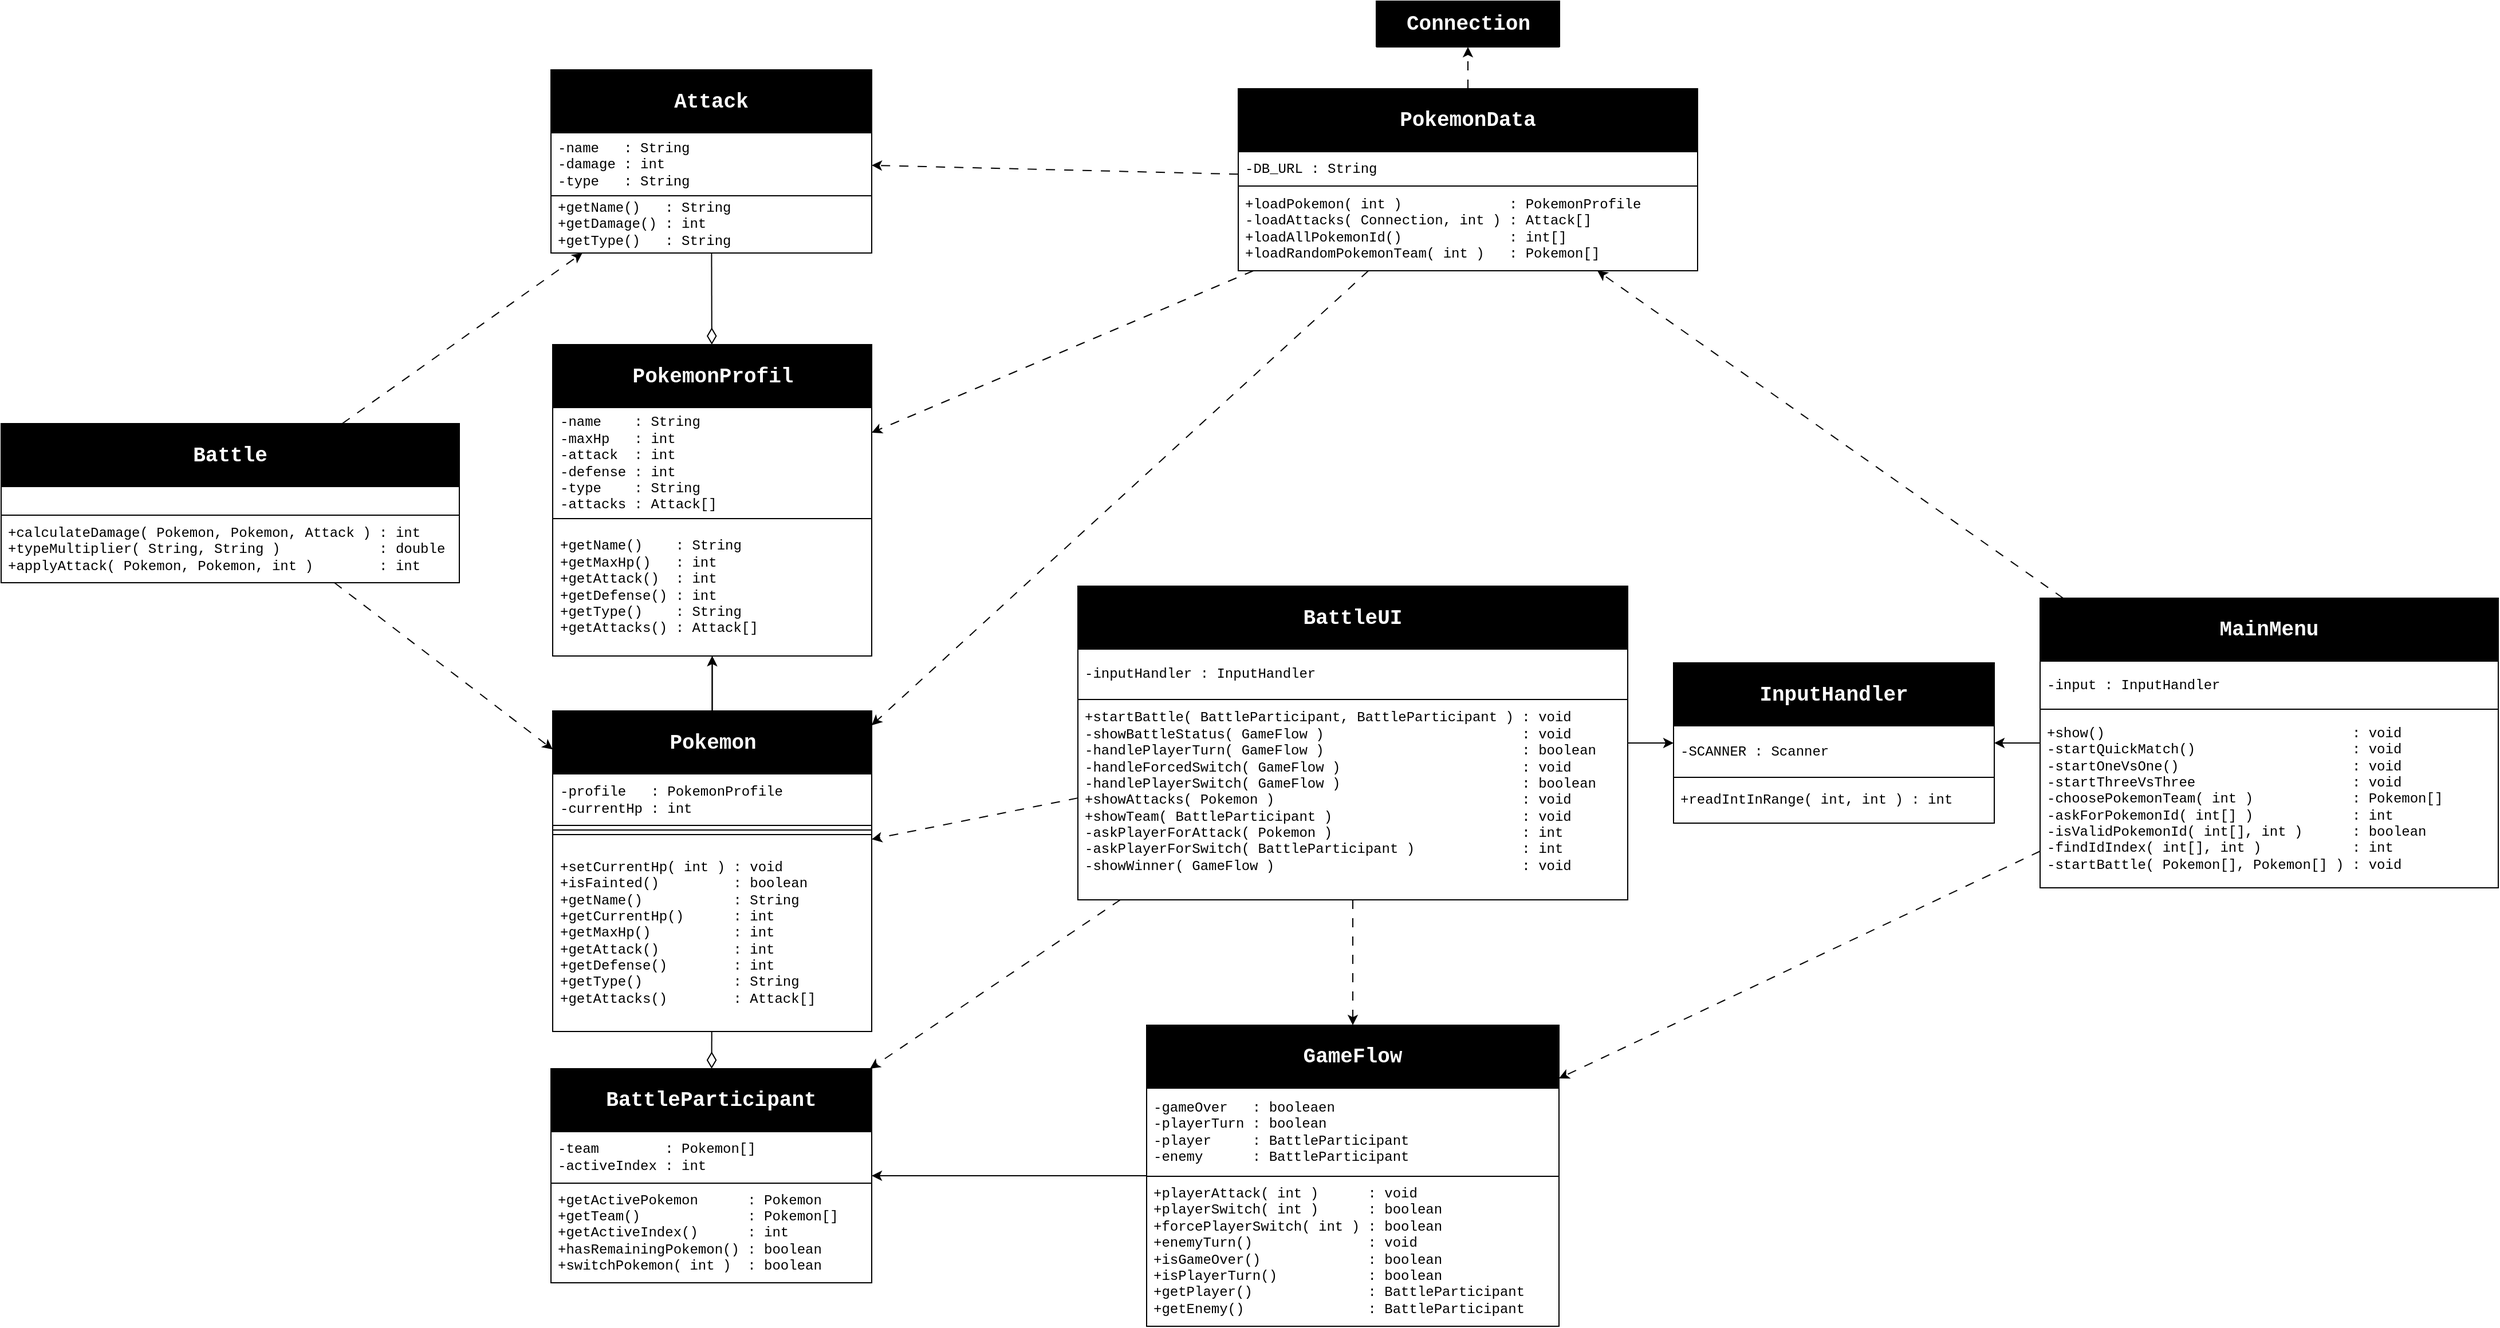
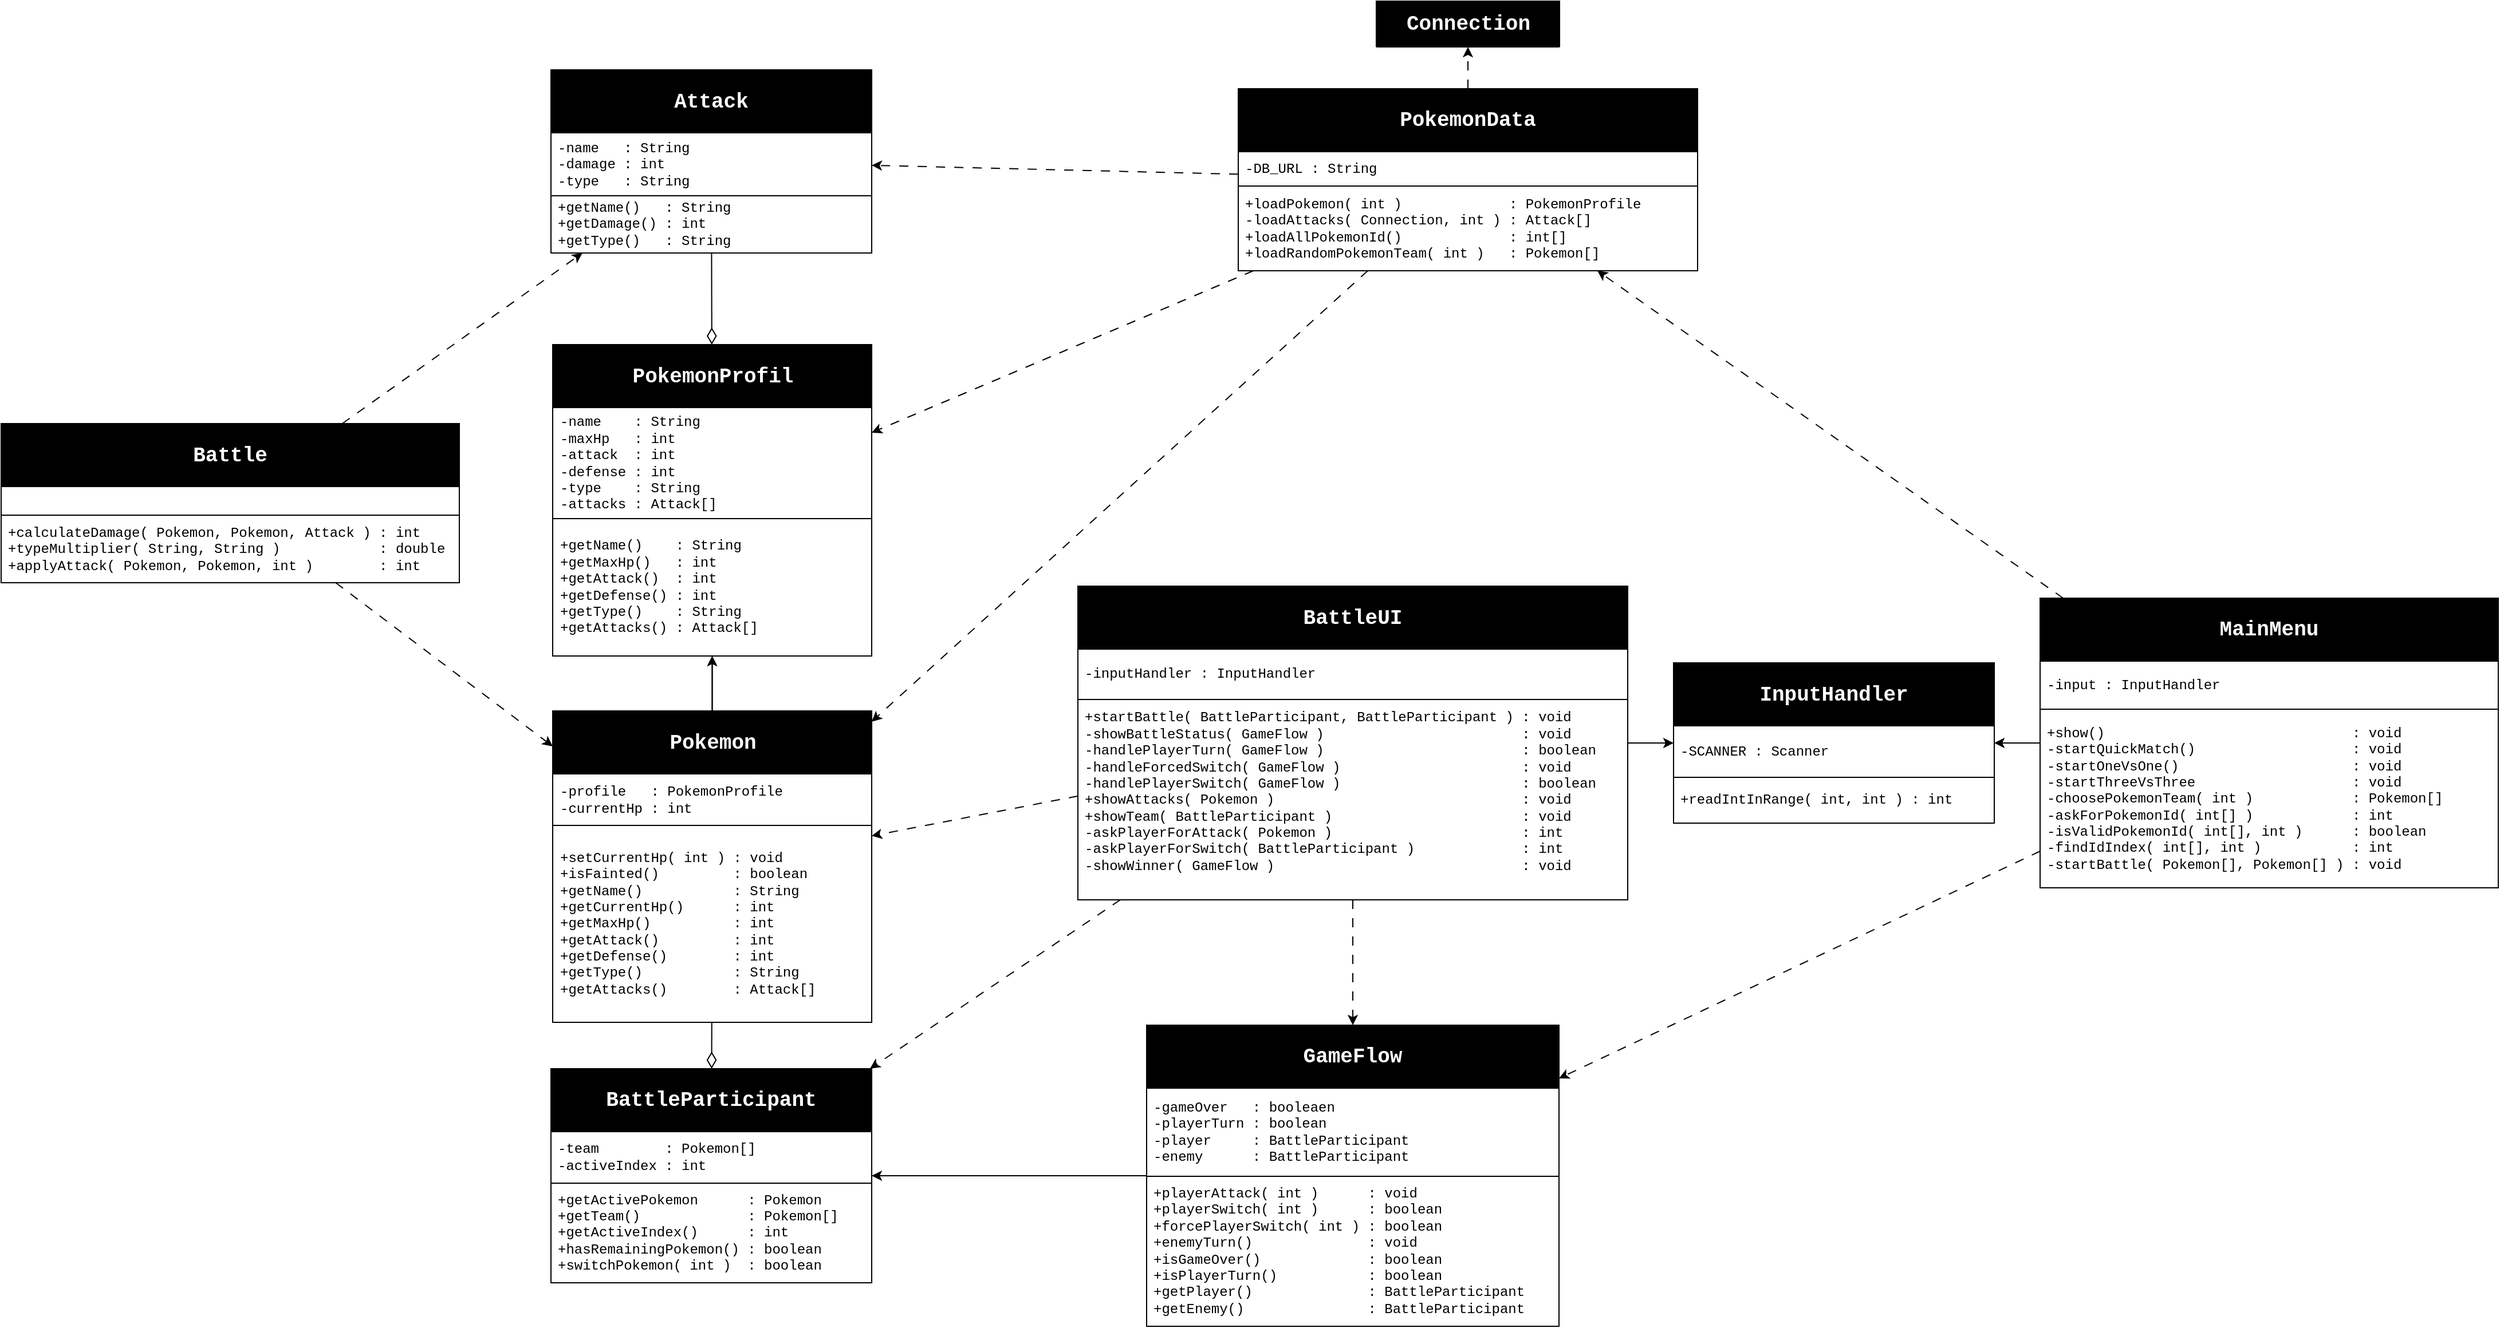
<mxfile host="app.diagrams.net">
  <diagram name="Page-1" id="752gZJhpb6IptiiihZ93">
-     <mxGraphModel dx="3865" dy="2355" grid="1" gridSize="10" guides="1" tooltips="1" connect="1" arrows="1" fold="1" page="0" pageScale="1" pageWidth="827" pageHeight="1169" background="none" math="0" shadow="0">
+     <mxGraphModel dx="4398" dy="2355" grid="0" gridSize="10" guides="1" tooltips="1" connect="1" arrows="1" fold="1" page="0" pageScale="1" pageWidth="827" pageHeight="1169" background="none" math="0" shadow="0">
      <root>
        <mxCell id="0" />
        <mxCell id="1" parent="0" />
-         <mxCell id="3eeMSJOm0YbWFgFoKu3u-6" parent="1" style="swimlane;fontStyle=0;align=center;verticalAlign=middle;childLayout=stackLayout;horizontal=1;startSize=55;horizontalStack=0;resizeParent=1;resizeParentMax=0;resizeLast=0;collapsible=0;marginBottom=0;html=1;whiteSpace=wrap;labelBorderColor=none;labelBackgroundColor=none;swimlaneFillColor=none;gradientColor=none;fontColor=light-dark(#FFFFFF,#EDEDED);strokeColor=light-dark(#000000,#EDEDED);fillColor=light-dark(#000000, #ededed);fontFamily=Courier New;fontSize=18;" value="&lt;div&gt;&lt;b&gt;Battle&lt;/b&gt;&lt;/div&gt;" vertex="1">
+         <mxCell id="3eeMSJOm0YbWFgFoKu3u-6" parent="1" style="swimlane;fontStyle=0;align=center;verticalAlign=middle;childLayout=stackLayout;horizontal=1;startSize=55;horizontalStack=0;resizeParent=1;resizeParentMax=0;resizeLast=0;collapsible=0;marginBottom=0;html=1;whiteSpace=wrap;labelBorderColor=none;labelBackgroundColor=none;swimlaneFillColor=none;gradientColor=none;fontColor=light-dark(#FFFFFF,#EDEDED);strokeColor=light-dark(#000000,#EDEDED);fillColor=#000000;fontFamily=Courier New;fontSize=18;" value="&lt;div&gt;&lt;b&gt;Battle&lt;/b&gt;&lt;/div&gt;" vertex="1">
          <mxGeometry height="139" width="400" x="-1200" y="-531" as="geometry" />
        </mxCell>
-         <mxCell id="3eeMSJOm0YbWFgFoKu3u-7" parent="3eeMSJOm0YbWFgFoKu3u-6" style="text;html=1;strokeColor=light-dark(#000000,#EDEDED);fillColor=none;align=left;verticalAlign=middle;spacingLeft=4;spacingRight=4;overflow=hidden;rotatable=0;points=[[0,0.5],[1,0.5]];portConstraint=eastwest;whiteSpace=wrap;fontColor=light-dark(#000000,#EDEDED);labelBorderColor=none;fontFamily=Courier New;" value="&amp;nbsp;" vertex="1">
+         <mxCell id="3eeMSJOm0YbWFgFoKu3u-7" parent="3eeMSJOm0YbWFgFoKu3u-6" style="text;html=1;strokeColor=light-dark(#000000,#EDEDED);fillColor=default;align=left;verticalAlign=middle;spacingLeft=4;spacingRight=4;overflow=hidden;rotatable=0;points=[[0,0.5],[1,0.5]];portConstraint=eastwest;whiteSpace=wrap;fontColor=light-dark(#000000,#EDEDED);labelBorderColor=none;fontFamily=Courier New;labelBackgroundColor=none;" value="&amp;nbsp;" vertex="1">
          <mxGeometry height="25" width="400" y="55" as="geometry" />
        </mxCell>
-         <mxCell id="3eeMSJOm0YbWFgFoKu3u-10" parent="3eeMSJOm0YbWFgFoKu3u-6" style="text;html=1;strokeColor=light-dark(#000000,#EDEDED);fillColor=none;align=left;verticalAlign=middle;spacingLeft=4;spacingRight=4;overflow=hidden;rotatable=0;points=[[0,0.5],[1,0.5]];portConstraint=eastwest;whiteSpace=wrap;fontColor=light-dark(#000000,#EDEDED);fontFamily=Courier New;" value="&lt;div&gt;+calculateDamage( Pokemon, Pokemon, Attack ) : int&lt;/div&gt;&lt;div&gt;+typeMultiplier( String, String )&amp;nbsp; &amp;nbsp; &amp;nbsp; &amp;nbsp; &amp;nbsp; &amp;nbsp; : double&lt;/div&gt;&lt;div&gt;+applyAttack( Pokemon, Pokemon, int )&amp;nbsp; &amp;nbsp; &amp;nbsp; &amp;nbsp; : int&lt;/div&gt;" vertex="1">
+         <mxCell id="3eeMSJOm0YbWFgFoKu3u-10" parent="3eeMSJOm0YbWFgFoKu3u-6" style="text;html=1;strokeColor=light-dark(#000000,#EDEDED);fillColor=default;align=left;verticalAlign=middle;spacingLeft=4;spacingRight=4;overflow=hidden;rotatable=0;points=[[0,0.5],[1,0.5]];portConstraint=eastwest;whiteSpace=wrap;fontColor=light-dark(#000000,#EDEDED);fontFamily=Courier New;labelBackgroundColor=none;" value="&lt;div&gt;+calculateDamage( Pokemon, Pokemon, Attack ) : int&lt;/div&gt;&lt;div&gt;+typeMultiplier( String, String )&amp;nbsp; &amp;nbsp; &amp;nbsp; &amp;nbsp; &amp;nbsp; &amp;nbsp; : double&lt;/div&gt;&lt;div&gt;+applyAttack( Pokemon, Pokemon, int )&amp;nbsp; &amp;nbsp; &amp;nbsp; &amp;nbsp; : int&lt;/div&gt;" vertex="1">
          <mxGeometry height="59" width="400" y="80" as="geometry" />
        </mxCell>
-         <mxCell id="3eeMSJOm0YbWFgFoKu3u-16" parent="1" style="swimlane;fontStyle=0;align=center;verticalAlign=middle;childLayout=stackLayout;horizontal=1;startSize=55;horizontalStack=0;resizeParent=1;resizeParentMax=0;resizeLast=0;collapsible=0;marginBottom=0;html=1;whiteSpace=wrap;labelBorderColor=none;labelBackgroundColor=none;swimlaneFillColor=none;gradientColor=none;fontColor=light-dark(#FFFFFF,#EDEDED);strokeColor=light-dark(#000000,#EDEDED);fillColor=light-dark(#000000, #ededed);fontFamily=Courier New;fontSize=18;" value="&lt;div&gt;&lt;b&gt;BattleUI&lt;/b&gt;&lt;/div&gt;" vertex="1">
+         <mxCell id="3eeMSJOm0YbWFgFoKu3u-16" parent="1" style="swimlane;fontStyle=0;align=center;verticalAlign=middle;childLayout=stackLayout;horizontal=1;startSize=55;horizontalStack=0;resizeParent=1;resizeParentMax=0;resizeLast=0;collapsible=0;marginBottom=0;html=1;whiteSpace=wrap;labelBorderColor=none;labelBackgroundColor=none;swimlaneFillColor=none;gradientColor=none;fontColor=light-dark(#FFFFFF,#EDEDED);strokeColor=light-dark(#000000,#EDEDED);fillColor=#000000;fontFamily=Courier New;fontSize=18;" value="&lt;div&gt;&lt;b&gt;BattleUI&lt;/b&gt;&lt;/div&gt;" vertex="1">
          <mxGeometry height="274" width="480" x="-260" y="-389" as="geometry" />
        </mxCell>
-         <mxCell id="3eeMSJOm0YbWFgFoKu3u-17" parent="3eeMSJOm0YbWFgFoKu3u-16" style="text;html=1;strokeColor=light-dark(#000000,#EDEDED);fillColor=none;align=left;verticalAlign=middle;spacingLeft=4;spacingRight=4;overflow=hidden;rotatable=0;points=[[0,0.5],[1,0.5]];portConstraint=eastwest;whiteSpace=wrap;fontColor=light-dark(#000000,#EDEDED);labelBorderColor=none;fontFamily=Courier New;" value="&lt;div&gt;-inputHandler : InputHandler&lt;/div&gt;" vertex="1">
+         <mxCell id="3eeMSJOm0YbWFgFoKu3u-17" parent="3eeMSJOm0YbWFgFoKu3u-16" style="text;html=1;strokeColor=light-dark(#000000,#EDEDED);fillColor=default;align=left;verticalAlign=middle;spacingLeft=4;spacingRight=4;overflow=hidden;rotatable=0;points=[[0,0.5],[1,0.5]];portConstraint=eastwest;whiteSpace=wrap;fontColor=light-dark(#000000,#EDEDED);labelBorderColor=none;fontFamily=Courier New;labelBackgroundColor=none;" value="&lt;div&gt;-inputHandler : InputHandler&lt;/div&gt;" vertex="1">
          <mxGeometry height="44" width="480" y="55" as="geometry" />
        </mxCell>
-         <mxCell id="3eeMSJOm0YbWFgFoKu3u-20" parent="3eeMSJOm0YbWFgFoKu3u-16" style="text;html=1;strokeColor=light-dark(#000000,#EDEDED);fillColor=none;align=left;verticalAlign=middle;spacingLeft=4;spacingRight=4;overflow=hidden;rotatable=0;points=[[0,0.5],[1,0.5]];portConstraint=eastwest;whiteSpace=wrap;fontColor=light-dark(#000000,#EDEDED);fontFamily=Courier New;" value="&lt;div&gt;+startBattle( BattleParticipant, BattleParticipant ) : void&lt;/div&gt;&lt;div&gt;&lt;div&gt;-showBattleStatus( GameFlow )&amp;nbsp; &amp;nbsp; &amp;nbsp; &amp;nbsp; &amp;nbsp; &amp;nbsp; &amp;nbsp; &amp;nbsp; &amp;nbsp; &amp;nbsp; &amp;nbsp;&amp;nbsp; &amp;nbsp;: void&lt;/div&gt;&lt;div&gt;-handlePlayerTurn( GameFlow )&amp;nbsp; &amp;nbsp; &amp;nbsp; &amp;nbsp; &amp;nbsp; &amp;nbsp; &amp;nbsp; &amp;nbsp; &amp;nbsp; &amp;nbsp;&amp;nbsp; &amp;nbsp; &amp;nbsp;: boolean&lt;/div&gt;&lt;div&gt;-handleForcedSwitch( GameFlow )&amp;nbsp; &amp;nbsp; &amp;nbsp; &amp;nbsp; &amp;nbsp; &amp;nbsp; &amp;nbsp; &amp;nbsp; &amp;nbsp; &amp;nbsp; &amp;nbsp;&amp;nbsp;: void&lt;/div&gt;&lt;div&gt;-handlePlayerSwitch( GameFlow )&amp;nbsp; &amp;nbsp; &amp;nbsp; &amp;nbsp; &amp;nbsp; &amp;nbsp; &amp;nbsp; &amp;nbsp; &amp;nbsp; &amp;nbsp; &amp;nbsp; : boolean&lt;/div&gt;&lt;div&gt;+showAttacks( Pokemon )&amp;nbsp; &amp;nbsp; &amp;nbsp; &amp;nbsp; &amp;nbsp; &amp;nbsp; &amp;nbsp; &amp;nbsp; &amp;nbsp; &amp;nbsp; &amp;nbsp; &amp;nbsp; &amp;nbsp; &amp;nbsp; &amp;nbsp; : void&lt;/div&gt;&lt;div&gt;+showTeam( BattleParticipant )&amp;nbsp; &amp;nbsp; &amp;nbsp; &amp;nbsp; &amp;nbsp; &amp;nbsp; &amp;nbsp; &amp;nbsp; &amp;nbsp; &amp;nbsp; &amp;nbsp; &amp;nbsp;: void&lt;/div&gt;&lt;div&gt;-askPlayerForAttack( Pokemon )&amp;nbsp; &amp;nbsp; &amp;nbsp; &amp;nbsp; &amp;nbsp; &amp;nbsp; &amp;nbsp; &amp;nbsp; &amp;nbsp; &amp;nbsp; &amp;nbsp; &amp;nbsp;: int&lt;/div&gt;&lt;div&gt;-askPlayerForSwitch( BattleParticipant )&amp;nbsp; &amp;nbsp; &amp;nbsp; &amp;nbsp; &amp;nbsp; &amp;nbsp; &amp;nbsp;: int&lt;/div&gt;&lt;div&gt;-showWinner( GameFlow )&amp;nbsp; &amp;nbsp; &amp;nbsp; &amp;nbsp; &amp;nbsp; &amp;nbsp; &amp;nbsp; &amp;nbsp; &amp;nbsp; &amp;nbsp; &amp;nbsp; &amp;nbsp; &amp;nbsp; &amp;nbsp; &amp;nbsp; : void&lt;/div&gt;&lt;br&gt;&lt;/div&gt;" vertex="1">
+         <mxCell id="3eeMSJOm0YbWFgFoKu3u-20" parent="3eeMSJOm0YbWFgFoKu3u-16" style="text;html=1;strokeColor=light-dark(#000000,#EDEDED);fillColor=default;align=left;verticalAlign=middle;spacingLeft=4;spacingRight=4;overflow=hidden;rotatable=0;points=[[0,0.5],[1,0.5]];portConstraint=eastwest;whiteSpace=wrap;fontColor=light-dark(#000000,#EDEDED);fontFamily=Courier New;labelBackgroundColor=none;" value="&lt;div&gt;+startBattle( BattleParticipant, BattleParticipant ) : void&lt;/div&gt;&lt;div&gt;&lt;div&gt;-showBattleStatus( GameFlow )&amp;nbsp; &amp;nbsp; &amp;nbsp; &amp;nbsp; &amp;nbsp; &amp;nbsp; &amp;nbsp; &amp;nbsp; &amp;nbsp; &amp;nbsp; &amp;nbsp;&amp;nbsp; &amp;nbsp;: void&lt;/div&gt;&lt;div&gt;-handlePlayerTurn( GameFlow )&amp;nbsp; &amp;nbsp; &amp;nbsp; &amp;nbsp; &amp;nbsp; &amp;nbsp; &amp;nbsp; &amp;nbsp; &amp;nbsp; &amp;nbsp;&amp;nbsp; &amp;nbsp; &amp;nbsp;: boolean&lt;/div&gt;&lt;div&gt;-handleForcedSwitch( GameFlow )&amp;nbsp; &amp;nbsp; &amp;nbsp; &amp;nbsp; &amp;nbsp; &amp;nbsp; &amp;nbsp; &amp;nbsp; &amp;nbsp; &amp;nbsp; &amp;nbsp;&amp;nbsp;: void&lt;/div&gt;&lt;div&gt;-handlePlayerSwitch( GameFlow )&amp;nbsp; &amp;nbsp; &amp;nbsp; &amp;nbsp; &amp;nbsp; &amp;nbsp; &amp;nbsp; &amp;nbsp; &amp;nbsp; &amp;nbsp; &amp;nbsp; : boolean&lt;/div&gt;&lt;div&gt;+showAttacks( Pokemon )&amp;nbsp; &amp;nbsp; &amp;nbsp; &amp;nbsp; &amp;nbsp; &amp;nbsp; &amp;nbsp; &amp;nbsp; &amp;nbsp; &amp;nbsp; &amp;nbsp; &amp;nbsp; &amp;nbsp; &amp;nbsp; &amp;nbsp; : void&lt;/div&gt;&lt;div&gt;+showTeam( BattleParticipant )&amp;nbsp; &amp;nbsp; &amp;nbsp; &amp;nbsp; &amp;nbsp; &amp;nbsp; &amp;nbsp; &amp;nbsp; &amp;nbsp; &amp;nbsp; &amp;nbsp; &amp;nbsp;: void&lt;/div&gt;&lt;div&gt;-askPlayerForAttack( Pokemon )&amp;nbsp; &amp;nbsp; &amp;nbsp; &amp;nbsp; &amp;nbsp; &amp;nbsp; &amp;nbsp; &amp;nbsp; &amp;nbsp; &amp;nbsp; &amp;nbsp; &amp;nbsp;: int&lt;/div&gt;&lt;div&gt;-askPlayerForSwitch( BattleParticipant )&amp;nbsp; &amp;nbsp; &amp;nbsp; &amp;nbsp; &amp;nbsp; &amp;nbsp; &amp;nbsp;: int&lt;/div&gt;&lt;div&gt;-showWinner( GameFlow )&amp;nbsp; &amp;nbsp; &amp;nbsp; &amp;nbsp; &amp;nbsp; &amp;nbsp; &amp;nbsp; &amp;nbsp; &amp;nbsp; &amp;nbsp; &amp;nbsp; &amp;nbsp; &amp;nbsp; &amp;nbsp; &amp;nbsp; : void&lt;/div&gt;&lt;br&gt;&lt;/div&gt;" vertex="1">
          <mxGeometry height="175" width="480" y="99" as="geometry" />
        </mxCell>
-         <mxCell id="3eeMSJOm0YbWFgFoKu3u-26" parent="1" style="swimlane;fontStyle=0;align=center;verticalAlign=middle;childLayout=stackLayout;horizontal=1;startSize=55;horizontalStack=0;resizeParent=1;resizeParentMax=0;resizeLast=0;collapsible=0;marginBottom=0;html=1;whiteSpace=wrap;labelBorderColor=none;labelBackgroundColor=none;swimlaneFillColor=none;gradientColor=none;fontColor=light-dark(#FFFFFF,#EDEDED);strokeColor=light-dark(#000000,#EDEDED);fillColor=light-dark(#000000, #ededed);fontFamily=Courier New;fontSize=18;" value="&lt;div&gt;&lt;b&gt;InputHandler&lt;/b&gt;&lt;/div&gt;" vertex="1">
+         <mxCell id="3eeMSJOm0YbWFgFoKu3u-26" parent="1" style="swimlane;fontStyle=0;align=center;verticalAlign=middle;childLayout=stackLayout;horizontal=1;startSize=55;horizontalStack=0;resizeParent=1;resizeParentMax=0;resizeLast=0;collapsible=0;marginBottom=0;html=1;whiteSpace=wrap;labelBorderColor=none;labelBackgroundColor=none;swimlaneFillColor=none;gradientColor=none;fontColor=light-dark(#FFFFFF,#EDEDED);strokeColor=light-dark(#000000,#EDEDED);fillColor=#000000;fontFamily=Courier New;fontSize=18;" value="&lt;div&gt;&lt;b&gt;InputHandler&lt;/b&gt;&lt;/div&gt;" vertex="1">
          <mxGeometry height="140" width="280" x="260" y="-322" as="geometry" />
        </mxCell>
-         <mxCell id="3eeMSJOm0YbWFgFoKu3u-27" parent="3eeMSJOm0YbWFgFoKu3u-26" style="text;html=1;strokeColor=light-dark(#000000,#EDEDED);fillColor=none;align=left;verticalAlign=middle;spacingLeft=4;spacingRight=4;overflow=hidden;rotatable=0;points=[[0,0.5],[1,0.5]];portConstraint=eastwest;whiteSpace=wrap;fontColor=light-dark(#000000,#EDEDED);labelBorderColor=none;fontFamily=Courier New;" value="-SCANNER : Scanner" vertex="1">
+         <mxCell id="3eeMSJOm0YbWFgFoKu3u-27" parent="3eeMSJOm0YbWFgFoKu3u-26" style="text;html=1;strokeColor=light-dark(#000000,#EDEDED);fillColor=default;align=left;verticalAlign=middle;spacingLeft=4;spacingRight=4;overflow=hidden;rotatable=0;points=[[0,0.5],[1,0.5]];portConstraint=eastwest;whiteSpace=wrap;fontColor=light-dark(#000000,#EDEDED);labelBorderColor=none;fontFamily=Courier New;labelBackgroundColor=none;" value="-SCANNER : Scanner" vertex="1">
          <mxGeometry height="45" width="280" y="55" as="geometry" />
        </mxCell>
-         <mxCell id="3eeMSJOm0YbWFgFoKu3u-30" parent="3eeMSJOm0YbWFgFoKu3u-26" style="text;html=1;strokeColor=light-dark(#000000,#EDEDED);fillColor=none;align=left;verticalAlign=middle;spacingLeft=4;spacingRight=4;overflow=hidden;rotatable=0;points=[[0,0.5],[1,0.5]];portConstraint=eastwest;whiteSpace=wrap;fontColor=light-dark(#000000,#EDEDED);fontFamily=Courier New;" value="&lt;div&gt;+readIntInRange( int, int ) : int&lt;/div&gt;" vertex="1">
+         <mxCell id="3eeMSJOm0YbWFgFoKu3u-30" parent="3eeMSJOm0YbWFgFoKu3u-26" style="text;html=1;strokeColor=light-dark(#000000,#EDEDED);fillColor=default;align=left;verticalAlign=middle;spacingLeft=4;spacingRight=4;overflow=hidden;rotatable=0;points=[[0,0.5],[1,0.5]];portConstraint=eastwest;whiteSpace=wrap;fontColor=light-dark(#000000,#EDEDED);fontFamily=Courier New;labelBackgroundColor=none;" value="&lt;div&gt;+readIntInRange( int, int ) : int&lt;/div&gt;" vertex="1">
          <mxGeometry height="40" width="280" y="100" as="geometry" />
        </mxCell>
-         <mxCell id="3eeMSJOm0YbWFgFoKu3u-36" parent="1" style="swimlane;fontStyle=0;align=center;verticalAlign=middle;childLayout=stackLayout;horizontal=1;startSize=55;horizontalStack=0;resizeParent=1;resizeParentMax=0;resizeLast=0;collapsible=0;marginBottom=0;html=1;whiteSpace=wrap;labelBorderColor=none;labelBackgroundColor=none;swimlaneFillColor=none;gradientColor=none;fontColor=light-dark(#FFFFFF,#EDEDED);strokeColor=light-dark(#000000,#EDEDED);fillColor=light-dark(#000000, #ededed);fontFamily=Courier New;fontSize=18;" value="&lt;div&gt;&lt;b&gt;MainMenu&lt;/b&gt;&lt;/div&gt;" vertex="1">
+         <mxCell id="3eeMSJOm0YbWFgFoKu3u-36" parent="1" style="swimlane;fontStyle=0;align=center;verticalAlign=middle;childLayout=stackLayout;horizontal=1;startSize=55;horizontalStack=0;resizeParent=1;resizeParentMax=0;resizeLast=0;collapsible=0;marginBottom=0;html=1;whiteSpace=wrap;labelBorderColor=none;labelBackgroundColor=none;swimlaneFillColor=none;gradientColor=none;fontColor=light-dark(#FFFFFF,#EDEDED);strokeColor=light-dark(#000000,#EDEDED);fillColor=#000000;fontFamily=Courier New;fontSize=18;" value="&lt;div&gt;&lt;b&gt;MainMenu&lt;/b&gt;&lt;/div&gt;" vertex="1">
          <mxGeometry height="253" width="400" x="580" y="-378.5" as="geometry" />
        </mxCell>
-         <mxCell id="3eeMSJOm0YbWFgFoKu3u-37" parent="3eeMSJOm0YbWFgFoKu3u-36" style="text;html=1;strokeColor=light-dark(#000000,#EDEDED);fillColor=none;align=left;verticalAlign=middle;spacingLeft=4;spacingRight=4;overflow=hidden;rotatable=0;points=[[0,0.5],[1,0.5]];portConstraint=eastwest;whiteSpace=wrap;fontColor=light-dark(#000000,#EDEDED);labelBorderColor=none;fontFamily=Courier New;" value="-input : InputHandler" vertex="1">
+         <mxCell id="3eeMSJOm0YbWFgFoKu3u-37" parent="3eeMSJOm0YbWFgFoKu3u-36" style="text;html=1;strokeColor=light-dark(#000000,#EDEDED);fillColor=default;align=left;verticalAlign=middle;spacingLeft=4;spacingRight=4;overflow=hidden;rotatable=0;points=[[0,0.5],[1,0.5]];portConstraint=eastwest;whiteSpace=wrap;fontColor=light-dark(#000000,#EDEDED);labelBorderColor=none;fontFamily=Courier New;labelBackgroundColor=none;" value="-input : InputHandler" vertex="1">
          <mxGeometry height="42" width="400" y="55" as="geometry" />
        </mxCell>
-         <mxCell id="3eeMSJOm0YbWFgFoKu3u-40" parent="3eeMSJOm0YbWFgFoKu3u-36" style="text;html=1;strokeColor=light-dark(#000000,#EDEDED);fillColor=none;align=left;verticalAlign=middle;spacingLeft=4;spacingRight=4;overflow=hidden;rotatable=0;points=[[0,0.5],[1,0.5]];portConstraint=eastwest;whiteSpace=wrap;fontColor=light-dark(#000000,#EDEDED);fontFamily=Courier New;" value="&lt;div&gt;+show()&amp;nbsp; &amp;nbsp; &amp;nbsp; &amp;nbsp; &amp;nbsp; &amp;nbsp; &amp;nbsp; &amp;nbsp; &amp;nbsp; &amp;nbsp; &amp;nbsp; &amp;nbsp; &amp;nbsp; &amp;nbsp; &amp;nbsp; : void&lt;/div&gt;&lt;div&gt;-startQuickMatch()&amp;nbsp; &amp;nbsp; &amp;nbsp; &amp;nbsp; &amp;nbsp; &amp;nbsp; &amp;nbsp; &amp;nbsp; &amp;nbsp; &amp;nbsp;: void&lt;/div&gt;&lt;div&gt;-startOneVsOne()&amp;nbsp; &amp;nbsp; &amp;nbsp; &amp;nbsp; &amp;nbsp; &amp;nbsp; &amp;nbsp; &amp;nbsp; &amp;nbsp; &amp;nbsp; &amp;nbsp;: void&lt;/div&gt;&lt;div&gt;-startThreeVsThree&amp;nbsp; &amp;nbsp; &amp;nbsp; &amp;nbsp; &amp;nbsp; &amp;nbsp; &amp;nbsp; &amp;nbsp; &amp;nbsp; &amp;nbsp;: void&lt;/div&gt;&lt;div&gt;-choosePokemonTeam( int )&amp;nbsp; &amp;nbsp; &amp;nbsp; &amp;nbsp; &amp;nbsp; &amp;nbsp; : Pokemon[]&lt;/div&gt;&lt;div&gt;-askForPokemonId( int[] )&amp;nbsp; &amp;nbsp; &amp;nbsp; &amp;nbsp; &amp;nbsp; &amp;nbsp; : int&lt;/div&gt;&lt;div&gt;-isValidPokemonId( int[], int )&amp;nbsp; &amp;nbsp; &amp;nbsp; : boolean&lt;/div&gt;&lt;div&gt;-findIdIndex( int[], int )&amp;nbsp; &amp;nbsp; &amp;nbsp; &amp;nbsp; &amp;nbsp; &amp;nbsp;: int&lt;/div&gt;&lt;div&gt;-startBattle( Pokemon[], Pokemon[] ) : void&lt;/div&gt;" vertex="1">
+         <mxCell id="3eeMSJOm0YbWFgFoKu3u-40" parent="3eeMSJOm0YbWFgFoKu3u-36" style="text;html=1;strokeColor=light-dark(#000000,#EDEDED);fillColor=default;align=left;verticalAlign=middle;spacingLeft=4;spacingRight=4;overflow=hidden;rotatable=0;points=[[0,0.5],[1,0.5]];portConstraint=eastwest;whiteSpace=wrap;fontColor=light-dark(#000000,#EDEDED);fontFamily=Courier New;labelBackgroundColor=none;" value="&lt;div&gt;+show()&amp;nbsp; &amp;nbsp; &amp;nbsp; &amp;nbsp; &amp;nbsp; &amp;nbsp; &amp;nbsp; &amp;nbsp; &amp;nbsp; &amp;nbsp; &amp;nbsp; &amp;nbsp; &amp;nbsp; &amp;nbsp; &amp;nbsp; : void&lt;/div&gt;&lt;div&gt;-startQuickMatch()&amp;nbsp; &amp;nbsp; &amp;nbsp; &amp;nbsp; &amp;nbsp; &amp;nbsp; &amp;nbsp; &amp;nbsp; &amp;nbsp; &amp;nbsp;: void&lt;/div&gt;&lt;div&gt;-startOneVsOne()&amp;nbsp; &amp;nbsp; &amp;nbsp; &amp;nbsp; &amp;nbsp; &amp;nbsp; &amp;nbsp; &amp;nbsp; &amp;nbsp; &amp;nbsp; &amp;nbsp;: void&lt;/div&gt;&lt;div&gt;-startThreeVsThree&amp;nbsp; &amp;nbsp; &amp;nbsp; &amp;nbsp; &amp;nbsp; &amp;nbsp; &amp;nbsp; &amp;nbsp; &amp;nbsp; &amp;nbsp;: void&lt;/div&gt;&lt;div&gt;-choosePokemonTeam( int )&amp;nbsp; &amp;nbsp; &amp;nbsp; &amp;nbsp; &amp;nbsp; &amp;nbsp; : Pokemon[]&lt;/div&gt;&lt;div&gt;-askForPokemonId( int[] )&amp;nbsp; &amp;nbsp; &amp;nbsp; &amp;nbsp; &amp;nbsp; &amp;nbsp; : int&lt;/div&gt;&lt;div&gt;-isValidPokemonId( int[], int )&amp;nbsp; &amp;nbsp; &amp;nbsp; : boolean&lt;/div&gt;&lt;div&gt;-findIdIndex( int[], int )&amp;nbsp; &amp;nbsp; &amp;nbsp; &amp;nbsp; &amp;nbsp; &amp;nbsp;: int&lt;/div&gt;&lt;div&gt;-startBattle( Pokemon[], Pokemon[] ) : void&lt;/div&gt;" vertex="1">
          <mxGeometry height="156" width="400" y="97" as="geometry" />
        </mxCell>
-         <mxCell id="U6f4ozNskbe53SCbbHyX-2" edge="1" parent="1" source="3eeMSJOm0YbWFgFoKu3u-41" style="edgeStyle=none;shape=filledEdge;rounded=0;orthogonalLoop=1;jettySize=auto;html=1;strokeColor=light-dark(#000000,#EDEDED);endArrow=open;endFill=0;fontColor=light-dark(#000000,#EDEDED);" target="3eeMSJOm0YbWFgFoKu3u-51" value="">
+         <mxCell id="U6f4ozNskbe53SCbbHyX-2" edge="1" parent="1" source="3eeMSJOm0YbWFgFoKu3u-41" style="edgeStyle=none;shape=filledEdge;rounded=0;orthogonalLoop=1;jettySize=auto;html=1;strokeColor=light-dark(#000000,#EDEDED);endArrow=open;endFill=0;fontColor=light-dark(#000000,#EDEDED);labelBackgroundColor=none;fillColor=default;" target="3eeMSJOm0YbWFgFoKu3u-51" value="">
          <mxGeometry relative="1" as="geometry" />
        </mxCell>
-         <mxCell id="3eeMSJOm0YbWFgFoKu3u-41" parent="1" style="swimlane;fontStyle=0;align=center;verticalAlign=middle;childLayout=stackLayout;horizontal=1;startSize=55;horizontalStack=0;resizeParent=1;resizeParentMax=0;resizeLast=0;collapsible=0;marginBottom=0;html=1;whiteSpace=wrap;labelBorderColor=none;labelBackgroundColor=none;swimlaneFillColor=none;gradientColor=none;fontColor=light-dark(#FFFFFF,#EDEDED);strokeColor=light-dark(#000000,#EDEDED);fillColor=light-dark(#000000, #ededed);fontFamily=Courier New;fontSize=18;" value="&lt;div&gt;&lt;b&gt;Pokemon&lt;/b&gt;&lt;/div&gt;" vertex="1">
-           <mxGeometry height="280" width="278.5" x="-718.5" y="-280" as="geometry" />
-         </mxCell>
-         <mxCell id="3eeMSJOm0YbWFgFoKu3u-42" parent="3eeMSJOm0YbWFgFoKu3u-41" style="text;html=1;strokeColor=light-dark(#000000,#EDEDED);fillColor=none;align=left;verticalAlign=middle;spacingLeft=4;spacingRight=4;overflow=hidden;rotatable=0;points=[[0,0.5],[1,0.5]];portConstraint=eastwest;whiteSpace=wrap;fontColor=light-dark(#000000,#EDEDED);labelBorderColor=none;fontFamily=Courier New;" value="&lt;div&gt;-profile&amp;nbsp; &amp;nbsp;: PokemonProfile&lt;/div&gt;&lt;div&gt;-currentHp : int&lt;/div&gt;" vertex="1">
+         <mxCell id="3eeMSJOm0YbWFgFoKu3u-41" parent="1" style="swimlane;fontStyle=0;align=center;verticalAlign=middle;childLayout=stackLayout;horizontal=1;startSize=55;horizontalStack=0;resizeParent=1;resizeParentMax=0;resizeLast=0;collapsible=0;marginBottom=0;html=1;whiteSpace=wrap;labelBorderColor=none;labelBackgroundColor=none;swimlaneFillColor=none;gradientColor=none;fontColor=light-dark(#FFFFFF,#EDEDED);strokeColor=light-dark(#000000,#EDEDED);fillColor=#000000;fontFamily=Courier New;fontSize=18;" value="&lt;div&gt;&lt;b&gt;Pokemon&lt;/b&gt;&lt;/div&gt;" vertex="1">
+           <mxGeometry height="272" width="278.5" x="-718.5" y="-280" as="geometry" />
+         </mxCell>
+         <mxCell id="3eeMSJOm0YbWFgFoKu3u-42" parent="3eeMSJOm0YbWFgFoKu3u-41" style="text;html=1;strokeColor=light-dark(#000000,#EDEDED);fillColor=default;align=left;verticalAlign=middle;spacingLeft=4;spacingRight=4;overflow=hidden;rotatable=0;points=[[0,0.5],[1,0.5]];portConstraint=eastwest;whiteSpace=wrap;fontColor=light-dark(#000000,#EDEDED);labelBorderColor=none;fontFamily=Courier New;labelBackgroundColor=none;" value="&lt;div&gt;-profile&amp;nbsp; &amp;nbsp;: PokemonProfile&lt;/div&gt;&lt;div&gt;-currentHp : int&lt;/div&gt;" vertex="1">
          <mxGeometry height="45" width="278.5" y="55" as="geometry" />
        </mxCell>
-         <mxCell id="3eeMSJOm0YbWFgFoKu3u-44" parent="3eeMSJOm0YbWFgFoKu3u-41" style="line;strokeWidth=1;fillColor=none;align=left;verticalAlign=middle;spacingTop=-1;spacingLeft=3;spacingRight=3;rotatable=0;labelPosition=right;points=[];portConstraint=eastwest;fontColor=light-dark(#000000,#EDEDED);strokeColor=light-dark(#000000,#EDEDED);fontFamily=Courier New;" value="" vertex="1">
-           <mxGeometry height="8" width="278.5" y="100" as="geometry" />
-         </mxCell>
-         <mxCell id="3eeMSJOm0YbWFgFoKu3u-45" parent="3eeMSJOm0YbWFgFoKu3u-41" style="text;html=1;strokeColor=light-dark(#000000,#EDEDED);fillColor=none;align=left;verticalAlign=middle;spacingLeft=4;spacingRight=4;overflow=hidden;rotatable=0;points=[[0,0.5],[1,0.5]];portConstraint=eastwest;whiteSpace=wrap;fontColor=light-dark(#000000,#EDEDED);fontFamily=Courier New;" value="&lt;div&gt;+setCurrentHp( int ) : void&lt;/div&gt;&lt;div&gt;+isFainted()&amp;nbsp; &amp;nbsp; &amp;nbsp; &amp;nbsp; &amp;nbsp;: boolean&lt;/div&gt;&lt;div&gt;+getName()&amp;nbsp; &amp;nbsp; &amp;nbsp; &amp;nbsp; &amp;nbsp; &amp;nbsp;: String&lt;/div&gt;&lt;div&gt;+getCurrentHp()&amp;nbsp; &amp;nbsp; &amp;nbsp;&amp;nbsp;: int&lt;/div&gt;&lt;div&gt;+getMaxHp()&amp;nbsp; &amp;nbsp; &amp;nbsp; &amp;nbsp; &amp;nbsp;&amp;nbsp;: int&lt;/div&gt;&lt;div&gt;+getAttack()&amp;nbsp; &amp;nbsp; &amp;nbsp; &amp;nbsp; &amp;nbsp;: int&lt;/div&gt;&lt;div&gt;+getDefense()&amp;nbsp; &amp;nbsp; &amp;nbsp; &amp;nbsp; : int&lt;/div&gt;&lt;div&gt;+getType()&amp;nbsp; &amp;nbsp; &amp;nbsp; &amp;nbsp; &amp;nbsp; &amp;nbsp;: String&lt;/div&gt;&lt;div&gt;+getAttacks()&amp;nbsp; &amp;nbsp; &amp;nbsp; &amp;nbsp; : Attack[]&lt;/div&gt;" vertex="1">
-           <mxGeometry height="172" width="278.5" y="108" as="geometry" />
-         </mxCell>
-         <mxCell id="3eeMSJOm0YbWFgFoKu3u-46" parent="1" style="swimlane;fontStyle=0;align=center;verticalAlign=middle;childLayout=stackLayout;horizontal=1;startSize=55;horizontalStack=0;resizeParent=1;resizeParentMax=0;resizeLast=0;collapsible=0;marginBottom=0;html=1;whiteSpace=wrap;labelBorderColor=none;labelBackgroundColor=none;swimlaneFillColor=none;gradientColor=none;fontColor=light-dark(#FFFFFF,#EDEDED);strokeColor=light-dark(#000000,#EDEDED);fillColor=light-dark(#000000, #ededed);fontFamily=Courier New;fontSize=18;" value="&lt;div&gt;&lt;b&gt;PokemonData&lt;/b&gt;&lt;/div&gt;" vertex="1">
+         <mxCell id="3eeMSJOm0YbWFgFoKu3u-45" parent="3eeMSJOm0YbWFgFoKu3u-41" style="text;html=1;strokeColor=light-dark(#000000,#EDEDED);fillColor=default;align=left;verticalAlign=middle;spacingLeft=4;spacingRight=4;overflow=hidden;rotatable=0;points=[[0,0.5],[1,0.5]];portConstraint=eastwest;whiteSpace=wrap;fontColor=light-dark(#000000,#EDEDED);fontFamily=Courier New;labelBackgroundColor=none;" value="&lt;div&gt;+setCurrentHp( int ) : void&lt;/div&gt;&lt;div&gt;+isFainted()&amp;nbsp; &amp;nbsp; &amp;nbsp; &amp;nbsp; &amp;nbsp;: boolean&lt;/div&gt;&lt;div&gt;+getName()&amp;nbsp; &amp;nbsp; &amp;nbsp; &amp;nbsp; &amp;nbsp; &amp;nbsp;: String&lt;/div&gt;&lt;div&gt;+getCurrentHp()&amp;nbsp; &amp;nbsp; &amp;nbsp;&amp;nbsp;: int&lt;/div&gt;&lt;div&gt;+getMaxHp()&amp;nbsp; &amp;nbsp; &amp;nbsp; &amp;nbsp; &amp;nbsp;&amp;nbsp;: int&lt;/div&gt;&lt;div&gt;+getAttack()&amp;nbsp; &amp;nbsp; &amp;nbsp; &amp;nbsp; &amp;nbsp;: int&lt;/div&gt;&lt;div&gt;+getDefense()&amp;nbsp; &amp;nbsp; &amp;nbsp; &amp;nbsp; : int&lt;/div&gt;&lt;div&gt;+getType()&amp;nbsp; &amp;nbsp; &amp;nbsp; &amp;nbsp; &amp;nbsp; &amp;nbsp;: String&lt;/div&gt;&lt;div&gt;+getAttacks()&amp;nbsp; &amp;nbsp; &amp;nbsp; &amp;nbsp; : Attack[]&lt;/div&gt;" vertex="1">
+           <mxGeometry height="172" width="278.5" y="100" as="geometry" />
+         </mxCell>
+         <mxCell id="3eeMSJOm0YbWFgFoKu3u-46" parent="1" style="swimlane;fontStyle=0;align=center;verticalAlign=middle;childLayout=stackLayout;horizontal=1;startSize=55;horizontalStack=0;resizeParent=1;resizeParentMax=0;resizeLast=0;collapsible=0;marginBottom=0;html=1;whiteSpace=wrap;labelBorderColor=none;labelBackgroundColor=none;swimlaneFillColor=none;gradientColor=none;fontColor=light-dark(#FFFFFF,#EDEDED);strokeColor=light-dark(#000000,#EDEDED);fillColor=#000000;fontFamily=Courier New;fontSize=18;" value="&lt;div&gt;&lt;b&gt;PokemonData&lt;/b&gt;&lt;/div&gt;" vertex="1">
          <mxGeometry height="159" width="401" x="-120" y="-823.5" as="geometry" />
        </mxCell>
-         <mxCell id="3eeMSJOm0YbWFgFoKu3u-47" parent="3eeMSJOm0YbWFgFoKu3u-46" style="text;html=1;strokeColor=light-dark(#000000,#EDEDED);fillColor=none;align=left;verticalAlign=middle;spacingLeft=4;spacingRight=4;overflow=hidden;rotatable=0;points=[[0,0.5],[1,0.5]];portConstraint=eastwest;whiteSpace=wrap;fontColor=light-dark(#000000,#EDEDED);labelBorderColor=none;fontFamily=Courier New;" value="-DB_URL : String" vertex="1">
+         <mxCell id="3eeMSJOm0YbWFgFoKu3u-47" parent="3eeMSJOm0YbWFgFoKu3u-46" style="text;html=1;strokeColor=light-dark(#000000,#EDEDED);fillColor=default;align=left;verticalAlign=middle;spacingLeft=4;spacingRight=4;overflow=hidden;rotatable=0;points=[[0,0.5],[1,0.5]];portConstraint=eastwest;whiteSpace=wrap;fontColor=light-dark(#000000,#EDEDED);labelBorderColor=none;fontFamily=Courier New;labelBackgroundColor=none;" value="-DB_URL : String" vertex="1">
          <mxGeometry height="30" width="401" y="55" as="geometry" />
        </mxCell>
-         <mxCell id="3eeMSJOm0YbWFgFoKu3u-50" parent="3eeMSJOm0YbWFgFoKu3u-46" style="text;html=1;strokeColor=light-dark(#000000,#EDEDED);fillColor=none;align=left;verticalAlign=middle;spacingLeft=4;spacingRight=4;overflow=hidden;rotatable=0;points=[[0,0.5],[1,0.5]];portConstraint=eastwest;whiteSpace=wrap;fontColor=light-dark(#000000,#EDEDED);fontFamily=Courier New;" value="&lt;div&gt;+loadPokemon( int )&amp;nbsp; &amp;nbsp; &amp;nbsp; &amp;nbsp; &amp;nbsp; &amp;nbsp; &amp;nbsp;: PokemonProfile&lt;/div&gt;&lt;div&gt;-loadAttacks( Connection, int ) : Attack[]&lt;/div&gt;&lt;div&gt;+loadAllPokemonId()&amp;nbsp; &amp;nbsp; &amp;nbsp; &amp;nbsp; &amp;nbsp; &amp;nbsp; &amp;nbsp;: int[]&lt;/div&gt;&lt;div&gt;+loadRandomPokemonTeam( int )&amp;nbsp; &amp;nbsp;: Pokemon[]&lt;/div&gt;" vertex="1">
+         <mxCell id="3eeMSJOm0YbWFgFoKu3u-50" parent="3eeMSJOm0YbWFgFoKu3u-46" style="text;html=1;strokeColor=light-dark(#000000,#EDEDED);fillColor=default;align=left;verticalAlign=middle;spacingLeft=4;spacingRight=4;overflow=hidden;rotatable=0;points=[[0,0.5],[1,0.5]];portConstraint=eastwest;whiteSpace=wrap;fontColor=light-dark(#000000,#EDEDED);fontFamily=Courier New;labelBackgroundColor=none;" value="&lt;div&gt;+loadPokemon( int )&amp;nbsp; &amp;nbsp; &amp;nbsp; &amp;nbsp; &amp;nbsp; &amp;nbsp; &amp;nbsp;: PokemonProfile&lt;/div&gt;&lt;div&gt;-loadAttacks( Connection, int ) : Attack[]&lt;/div&gt;&lt;div&gt;+loadAllPokemonId()&amp;nbsp; &amp;nbsp; &amp;nbsp; &amp;nbsp; &amp;nbsp; &amp;nbsp; &amp;nbsp;: int[]&lt;/div&gt;&lt;div&gt;+loadRandomPokemonTeam( int )&amp;nbsp; &amp;nbsp;: Pokemon[]&lt;/div&gt;" vertex="1">
          <mxGeometry height="74" width="401" y="85" as="geometry" />
        </mxCell>
-         <mxCell id="3eeMSJOm0YbWFgFoKu3u-51" parent="1" style="swimlane;fontStyle=0;align=center;verticalAlign=middle;childLayout=stackLayout;horizontal=1;startSize=55;horizontalStack=0;resizeParent=1;resizeParentMax=0;resizeLast=0;collapsible=0;marginBottom=0;html=1;labelBorderColor=default;labelBackgroundColor=none;swimlaneFillColor=none;gradientColor=none;fontColor=light-dark(#FFFFFF,#EDEDED);strokeColor=light-dark(#000000,#EDEDED);fillColor=light-dark(#000000, #ededed);fontFamily=Courier New;strokeWidth=1;textShadow=0;whiteSpace=wrap;fontSize=18;" value="&lt;div&gt;&lt;font&gt;&lt;b&gt;PokemonProfil&lt;/b&gt;&lt;/font&gt;&lt;/div&gt;" vertex="1">
+         <mxCell id="3eeMSJOm0YbWFgFoKu3u-51" parent="1" style="swimlane;fontStyle=0;align=center;verticalAlign=middle;childLayout=stackLayout;horizontal=1;startSize=55;horizontalStack=0;resizeParent=1;resizeParentMax=0;resizeLast=0;collapsible=0;marginBottom=0;html=1;labelBorderColor=none;labelBackgroundColor=none;swimlaneFillColor=none;gradientColor=none;fontColor=light-dark(#FFFFFF,#EDEDED);strokeColor=light-dark(#000000,#EDEDED);fillColor=#000000;fontFamily=Courier New;strokeWidth=1;textShadow=0;whiteSpace=wrap;fontSize=18;" value="&lt;div&gt;&lt;font&gt;&lt;b&gt;PokemonProfil&lt;/b&gt;&lt;/font&gt;&lt;/div&gt;" vertex="1">
          <mxGeometry height="272" width="278.5" x="-718.5" y="-600" as="geometry" />
        </mxCell>
-         <mxCell id="3eeMSJOm0YbWFgFoKu3u-52" parent="3eeMSJOm0YbWFgFoKu3u-51" style="text;html=1;strokeColor=light-dark(#000000,#EDEDED);fillColor=none;align=left;verticalAlign=middle;spacingLeft=4;spacingRight=4;overflow=hidden;rotatable=0;points=[[0,0.5],[1,0.5]];portConstraint=eastwest;whiteSpace=wrap;fontColor=light-dark(#000000,#EDEDED);labelBorderColor=none;fontFamily=Courier New;labelBackgroundColor=none;" value="&lt;div&gt;-name&amp;nbsp; &amp;nbsp; : String&lt;/div&gt;&lt;div&gt;-maxHp&amp;nbsp; &amp;nbsp;: int&lt;/div&gt;&lt;div&gt;-attack&amp;nbsp; : int&lt;/div&gt;&lt;div&gt;-defense : int&lt;/div&gt;&lt;div&gt;-type&amp;nbsp; &amp;nbsp; : String&lt;/div&gt;&lt;div&gt;-attacks : Attack[]&lt;/div&gt;" vertex="1">
+         <mxCell id="3eeMSJOm0YbWFgFoKu3u-52" parent="3eeMSJOm0YbWFgFoKu3u-51" style="text;html=1;strokeColor=light-dark(#000000,#EDEDED);fillColor=default;align=left;verticalAlign=middle;spacingLeft=4;spacingRight=4;overflow=hidden;rotatable=0;points=[[0,0.5],[1,0.5]];portConstraint=eastwest;whiteSpace=wrap;fontColor=light-dark(#000000,#EDEDED);labelBorderColor=none;fontFamily=Courier New;labelBackgroundColor=none;" value="&lt;div&gt;-name&amp;nbsp; &amp;nbsp; : String&lt;/div&gt;&lt;div&gt;-maxHp&amp;nbsp; &amp;nbsp;: int&lt;/div&gt;&lt;div&gt;-attack&amp;nbsp; : int&lt;/div&gt;&lt;div&gt;-defense : int&lt;/div&gt;&lt;div&gt;-type&amp;nbsp; &amp;nbsp; : String&lt;/div&gt;&lt;div&gt;-attacks : Attack[]&lt;/div&gt;" vertex="1">
          <mxGeometry height="97" width="278.5" y="55" as="geometry" />
        </mxCell>
-         <mxCell id="3eeMSJOm0YbWFgFoKu3u-55" parent="3eeMSJOm0YbWFgFoKu3u-51" style="text;html=1;strokeColor=light-dark(#000000,#EDEDED);fillColor=none;align=left;verticalAlign=middle;spacingLeft=4;spacingRight=4;overflow=hidden;rotatable=0;points=[[0,0.5],[1,0.5]];portConstraint=eastwest;whiteSpace=wrap;fontColor=default;fontFamily=Courier New;labelBorderColor=none;labelBackgroundColor=none;" value="&lt;div&gt;+getName()&amp;nbsp; &amp;nbsp; : String&lt;/div&gt;&lt;div&gt;+getMaxHp()&amp;nbsp; &amp;nbsp;: int&lt;/div&gt;&lt;div&gt;+getAttack()&amp;nbsp; : int&lt;/div&gt;&lt;div&gt;+getDefense() : int&lt;/div&gt;&lt;div&gt;+getType()&amp;nbsp; &amp;nbsp; : String&lt;/div&gt;&lt;div&gt;+getAttacks() : Attack[]&lt;/div&gt;" vertex="1">
+         <mxCell id="3eeMSJOm0YbWFgFoKu3u-55" parent="3eeMSJOm0YbWFgFoKu3u-51" style="text;html=1;strokeColor=light-dark(#000000,#EDEDED);fillColor=default;align=left;verticalAlign=middle;spacingLeft=4;spacingRight=4;overflow=hidden;rotatable=0;points=[[0,0.5],[1,0.5]];portConstraint=eastwest;whiteSpace=wrap;fontColor=default;fontFamily=Courier New;labelBorderColor=none;labelBackgroundColor=none;" value="&lt;div&gt;+getName()&amp;nbsp; &amp;nbsp; : String&lt;/div&gt;&lt;div&gt;+getMaxHp()&amp;nbsp; &amp;nbsp;: int&lt;/div&gt;&lt;div&gt;+getAttack()&amp;nbsp; : int&lt;/div&gt;&lt;div&gt;+getDefense() : int&lt;/div&gt;&lt;div&gt;+getType()&amp;nbsp; &amp;nbsp; : String&lt;/div&gt;&lt;div&gt;+getAttacks() : Attack[]&lt;/div&gt;" vertex="1">
          <mxGeometry height="120" width="278.5" y="152" as="geometry" />
        </mxCell>
-         <mxCell id="U6f4ozNskbe53SCbbHyX-1" edge="1" parent="1" source="3eeMSJOm0YbWFgFoKu3u-1" style="edgeStyle=none;shape=filledEdge;rounded=0;orthogonalLoop=1;jettySize=auto;html=1;strokeColor=light-dark(#000000,#EDEDED);endArrow=diamondThin;endFill=0;startArrow=none;startFill=0;startSize=12;endSize=12;fontColor=light-dark(#000000,#EDEDED);" target="3eeMSJOm0YbWFgFoKu3u-51" value="">
+         <mxCell id="U6f4ozNskbe53SCbbHyX-1" edge="1" parent="1" source="3eeMSJOm0YbWFgFoKu3u-1" style="edgeStyle=none;shape=filledEdge;rounded=0;orthogonalLoop=1;jettySize=auto;html=1;strokeColor=light-dark(#000000,#EDEDED);endArrow=diamondThin;endFill=0;startArrow=none;startFill=0;startSize=12;endSize=12;fontColor=light-dark(#000000,#EDEDED);labelBackgroundColor=none;fillColor=default;" target="3eeMSJOm0YbWFgFoKu3u-51" value="">
          <mxGeometry relative="1" as="geometry" />
        </mxCell>
-         <mxCell id="3eeMSJOm0YbWFgFoKu3u-1" parent="1" style="swimlane;fontStyle=0;align=center;verticalAlign=middle;childLayout=stackLayout;horizontal=1;startSize=55;horizontalStack=0;resizeParent=1;resizeParentMax=0;resizeLast=0;collapsible=0;marginBottom=0;html=1;whiteSpace=wrap;labelBorderColor=none;labelBackgroundColor=none;swimlaneFillColor=none;gradientColor=none;fontColor=light-dark(#FFFFFF,#EDEDED);strokeColor=light-dark(#000000,#EDEDED);fillColor=light-dark(#000000, #ededed);fontFamily=Courier New;fontSize=18;" value="&lt;div&gt;&lt;b&gt;Attack&lt;/b&gt;&lt;/div&gt;" vertex="1">
+         <mxCell id="3eeMSJOm0YbWFgFoKu3u-1" parent="1" style="swimlane;fontStyle=0;align=center;verticalAlign=middle;childLayout=stackLayout;horizontal=1;startSize=55;horizontalStack=0;resizeParent=1;resizeParentMax=0;resizeLast=0;collapsible=0;marginBottom=0;html=1;whiteSpace=wrap;labelBorderColor=none;labelBackgroundColor=none;swimlaneFillColor=none;gradientColor=none;fontColor=light-dark(#FFFFFF,#EDEDED);strokeColor=light-dark(#000000,#EDEDED);fillColor=#000000;fontFamily=Courier New;fontSize=18;" value="&lt;div&gt;&lt;b&gt;Attack&lt;/b&gt;&lt;/div&gt;" vertex="1">
          <mxGeometry height="160" width="280" x="-720" y="-840" as="geometry" />
        </mxCell>
-         <mxCell id="3eeMSJOm0YbWFgFoKu3u-2" parent="3eeMSJOm0YbWFgFoKu3u-1" style="text;html=1;strokeColor=light-dark(#000000,#EDEDED);fillColor=none;align=left;verticalAlign=middle;spacingLeft=4;spacingRight=4;overflow=hidden;rotatable=0;points=[[0,0.5],[1,0.5]];portConstraint=eastwest;whiteSpace=wrap;fontColor=light-dark(#000000,#EDEDED);labelBorderColor=none;fontFamily=Courier New;labelBackgroundColor=none;" value="&lt;div&gt;&lt;font&gt;-name&amp;nbsp; &amp;nbsp;: String&lt;/font&gt;&lt;/div&gt;&lt;div&gt;&lt;font&gt;-damage : int&lt;/font&gt;&lt;/div&gt;&lt;div&gt;&lt;font&gt;-type&amp;nbsp; &amp;nbsp;: String&lt;/font&gt;&lt;/div&gt;" vertex="1">
+         <mxCell id="3eeMSJOm0YbWFgFoKu3u-2" parent="3eeMSJOm0YbWFgFoKu3u-1" style="text;html=1;strokeColor=light-dark(#000000,#EDEDED);fillColor=default;align=left;verticalAlign=middle;spacingLeft=4;spacingRight=4;overflow=hidden;rotatable=0;points=[[0,0.5],[1,0.5]];portConstraint=eastwest;whiteSpace=wrap;fontColor=light-dark(#000000,#EDEDED);labelBorderColor=none;fontFamily=Courier New;labelBackgroundColor=none;" value="&lt;div&gt;&lt;font&gt;-name&amp;nbsp; &amp;nbsp;: String&lt;/font&gt;&lt;/div&gt;&lt;div&gt;&lt;font&gt;-damage : int&lt;/font&gt;&lt;/div&gt;&lt;div&gt;&lt;font&gt;-type&amp;nbsp; &amp;nbsp;: String&lt;/font&gt;&lt;/div&gt;" vertex="1">
          <mxGeometry height="55" width="280" y="55" as="geometry" />
        </mxCell>
-         <mxCell id="3eeMSJOm0YbWFgFoKu3u-5" parent="3eeMSJOm0YbWFgFoKu3u-1" style="text;html=1;strokeColor=light-dark(#000000,#EDEDED);fillColor=none;align=left;verticalAlign=middle;spacingLeft=4;spacingRight=4;overflow=hidden;rotatable=0;points=[[0,0.5],[1,0.5]];portConstraint=eastwest;whiteSpace=wrap;fontColor=light-dark(#000000,#EDEDED);fontFamily=Courier New;labelBackgroundColor=none;" value="&lt;div&gt;+getName()&amp;nbsp; &amp;nbsp;: String&lt;/div&gt;&lt;div&gt;+getDamage() : int&lt;/div&gt;&lt;div&gt;+getType()&amp;nbsp; &amp;nbsp;: String&lt;/div&gt;" vertex="1">
+         <mxCell id="3eeMSJOm0YbWFgFoKu3u-5" parent="3eeMSJOm0YbWFgFoKu3u-1" style="text;html=1;strokeColor=light-dark(#000000,#EDEDED);fillColor=default;align=left;verticalAlign=middle;spacingLeft=4;spacingRight=4;overflow=hidden;rotatable=0;points=[[0,0.5],[1,0.5]];portConstraint=eastwest;whiteSpace=wrap;fontColor=light-dark(#000000,#EDEDED);fontFamily=Courier New;labelBackgroundColor=none;" value="&lt;div&gt;+getName()&amp;nbsp; &amp;nbsp;: String&lt;/div&gt;&lt;div&gt;+getDamage() : int&lt;/div&gt;&lt;div&gt;+getType()&amp;nbsp; &amp;nbsp;: String&lt;/div&gt;" vertex="1">
          <mxGeometry height="50" width="280" y="110" as="geometry" />
        </mxCell>
-         <mxCell id="U6f4ozNskbe53SCbbHyX-3" edge="1" parent="1" source="3eeMSJOm0YbWFgFoKu3u-41" style="edgeStyle=none;shape=filledEdge;rounded=0;orthogonalLoop=1;jettySize=auto;html=1;strokeColor=light-dark(#000000,#EDEDED);fontColor=light-dark(#000000,#EDEDED);" target="3eeMSJOm0YbWFgFoKu3u-55" value="">
+         <mxCell id="U6f4ozNskbe53SCbbHyX-3" edge="1" parent="1" source="3eeMSJOm0YbWFgFoKu3u-41" style="edgeStyle=none;shape=filledEdge;rounded=0;orthogonalLoop=1;jettySize=auto;html=1;strokeColor=light-dark(#000000,#EDEDED);fontColor=light-dark(#000000,#EDEDED);labelBackgroundColor=none;fillColor=default;" target="3eeMSJOm0YbWFgFoKu3u-55" value="">
          <mxGeometry relative="1" as="geometry" />
        </mxCell>
-         <mxCell id="U6f4ozNskbe53SCbbHyX-4" edge="1" parent="1" source="3eeMSJOm0YbWFgFoKu3u-11" style="edgeStyle=none;shape=filledEdge;rounded=0;orthogonalLoop=1;jettySize=auto;html=1;strokeColor=light-dark(#000000,#EDEDED);endArrow=none;endFill=0;startArrow=diamondThin;startFill=0;startSize=12;fontColor=light-dark(#000000,#EDEDED);" target="3eeMSJOm0YbWFgFoKu3u-41" value="">
+         <mxCell id="U6f4ozNskbe53SCbbHyX-4" edge="1" parent="1" source="3eeMSJOm0YbWFgFoKu3u-11" style="edgeStyle=none;shape=filledEdge;rounded=0;orthogonalLoop=1;jettySize=auto;html=1;strokeColor=light-dark(#000000,#EDEDED);endArrow=none;endFill=0;startArrow=diamondThin;startFill=0;startSize=12;fontColor=light-dark(#000000,#EDEDED);labelBackgroundColor=none;fillColor=default;" target="3eeMSJOm0YbWFgFoKu3u-41" value="">
          <mxGeometry relative="1" as="geometry">
            <Array as="points" />
            <mxPoint x="428" y="-161" as="sourcePoint" />
            <mxPoint x="95" y="-100" as="targetPoint" />
          </mxGeometry>
        </mxCell>
-         <mxCell id="U6f4ozNskbe53SCbbHyX-10" edge="1" parent="1" source="3eeMSJOm0YbWFgFoKu3u-21" style="edgeStyle=none;shape=filledEdge;rounded=0;orthogonalLoop=1;jettySize=auto;html=1;strokeColor=light-dark(#000000,#EDEDED);endArrow=classic;endFill=1;fontColor=light-dark(#000000,#EDEDED);" target="3eeMSJOm0YbWFgFoKu3u-11" value="">
+         <mxCell id="U6f4ozNskbe53SCbbHyX-10" edge="1" parent="1" source="3eeMSJOm0YbWFgFoKu3u-21" style="edgeStyle=none;shape=filledEdge;rounded=0;orthogonalLoop=1;jettySize=auto;html=1;strokeColor=light-dark(#000000,#EDEDED);endArrow=classic;endFill=1;fontColor=light-dark(#000000,#EDEDED);labelBackgroundColor=none;fillColor=default;" target="3eeMSJOm0YbWFgFoKu3u-11" value="">
          <mxGeometry relative="1" as="geometry">
            <Array as="points" />
            <mxPoint x="621" y="257" as="sourcePoint" />
            <mxPoint x="-1" y="-20" as="targetPoint" />
          </mxGeometry>
        </mxCell>
-         <mxCell id="U6f4ozNskbe53SCbbHyX-11" edge="1" parent="1" source="3eeMSJOm0YbWFgFoKu3u-36" style="edgeStyle=none;shape=filledEdge;rounded=0;orthogonalLoop=1;jettySize=auto;html=1;strokeColor=light-dark(#000000,#EDEDED);endArrow=classic;endFill=1;fontColor=light-dark(#000000,#EDEDED);" target="3eeMSJOm0YbWFgFoKu3u-26" value="">
+         <mxCell id="U6f4ozNskbe53SCbbHyX-11" edge="1" parent="1" source="3eeMSJOm0YbWFgFoKu3u-36" style="edgeStyle=none;shape=filledEdge;rounded=0;orthogonalLoop=1;jettySize=auto;html=1;strokeColor=light-dark(#000000,#EDEDED);endArrow=classic;endFill=1;fontColor=light-dark(#000000,#EDEDED);labelBackgroundColor=none;fillColor=default;" target="3eeMSJOm0YbWFgFoKu3u-26" value="">
          <mxGeometry relative="1" as="geometry">
            <Array as="points" />
            <mxPoint x="1016" y="1016" as="sourcePoint" />
            <mxPoint x="1016" y="679" as="targetPoint" />
          </mxGeometry>
        </mxCell>
-         <mxCell id="U6f4ozNskbe53SCbbHyX-12" edge="1" parent="1" source="3eeMSJOm0YbWFgFoKu3u-16" style="edgeStyle=none;shape=filledEdge;rounded=0;orthogonalLoop=1;jettySize=auto;html=1;strokeColor=light-dark(#000000,#EDEDED);endArrow=classic;endFill=1;fontColor=light-dark(#000000,#EDEDED);" target="3eeMSJOm0YbWFgFoKu3u-26" value="">
+         <mxCell id="U6f4ozNskbe53SCbbHyX-12" edge="1" parent="1" source="3eeMSJOm0YbWFgFoKu3u-16" style="edgeStyle=none;shape=filledEdge;rounded=0;orthogonalLoop=1;jettySize=auto;html=1;strokeColor=light-dark(#000000,#EDEDED);endArrow=classic;endFill=1;fontColor=light-dark(#000000,#EDEDED);labelBackgroundColor=none;fillColor=default;" target="3eeMSJOm0YbWFgFoKu3u-26" value="">
          <mxGeometry relative="1" as="geometry">
            <Array as="points" />
            <mxPoint x="566" y="1027" as="sourcePoint" />
            <mxPoint x="658" y="602" as="targetPoint" />
          </mxGeometry>
        </mxCell>
-         <mxCell id="U6f4ozNskbe53SCbbHyX-16" edge="1" parent="1" source="3eeMSJOm0YbWFgFoKu3u-6" style="edgeStyle=none;shape=filledEdge;rounded=0;orthogonalLoop=1;jettySize=auto;html=1;strokeColor=light-dark(#000000,#EDEDED);endArrow=classic;endFill=1;dashed=1;dashPattern=8 8;fontColor=light-dark(#000000,#EDEDED);" target="3eeMSJOm0YbWFgFoKu3u-41" value="">
+         <mxCell id="U6f4ozNskbe53SCbbHyX-16" edge="1" parent="1" source="3eeMSJOm0YbWFgFoKu3u-6" style="edgeStyle=none;shape=filledEdge;rounded=0;orthogonalLoop=1;jettySize=auto;html=1;strokeColor=light-dark(#000000,#EDEDED);endArrow=classic;endFill=1;dashed=1;dashPattern=8 8;fontColor=light-dark(#000000,#EDEDED);labelBackgroundColor=none;fillColor=default;" target="3eeMSJOm0YbWFgFoKu3u-41" value="">
          <mxGeometry relative="1" as="geometry">
            <Array as="points" />
            <mxPoint x="231" y="263" as="sourcePoint" />
            <mxPoint x="231" y="-74" as="targetPoint" />
          </mxGeometry>
        </mxCell>
-         <mxCell id="U6f4ozNskbe53SCbbHyX-17" edge="1" parent="1" source="3eeMSJOm0YbWFgFoKu3u-6" style="edgeStyle=none;shape=filledEdge;rounded=0;orthogonalLoop=1;jettySize=auto;html=1;strokeColor=light-dark(#000000,#EDEDED);endArrow=classic;endFill=1;dashed=1;dashPattern=8 8;fontColor=light-dark(#000000,#EDEDED);" target="3eeMSJOm0YbWFgFoKu3u-1" value="">
+         <mxCell id="U6f4ozNskbe53SCbbHyX-17" edge="1" parent="1" source="3eeMSJOm0YbWFgFoKu3u-6" style="edgeStyle=none;shape=filledEdge;rounded=0;orthogonalLoop=1;jettySize=auto;html=1;strokeColor=light-dark(#000000,#EDEDED);endArrow=classic;endFill=1;dashed=1;dashPattern=8 8;fontColor=light-dark(#000000,#EDEDED);labelBackgroundColor=none;fillColor=default;" target="3eeMSJOm0YbWFgFoKu3u-1" value="">
          <mxGeometry relative="1" as="geometry">
            <Array as="points" />
            <mxPoint x="230" y="270" as="sourcePoint" />
            <mxPoint x="258" y="-30" as="targetPoint" />
          </mxGeometry>
        </mxCell>
-         <mxCell id="U6f4ozNskbe53SCbbHyX-18" edge="1" parent="1" source="3eeMSJOm0YbWFgFoKu3u-16" style="edgeStyle=none;shape=filledEdge;rounded=0;orthogonalLoop=1;jettySize=auto;html=1;strokeColor=light-dark(#000000,#EDEDED);endArrow=classic;endFill=1;dashed=1;dashPattern=8 8;fontColor=light-dark(#000000,#EDEDED);" target="3eeMSJOm0YbWFgFoKu3u-11" value="">
+         <mxCell id="U6f4ozNskbe53SCbbHyX-18" edge="1" parent="1" source="3eeMSJOm0YbWFgFoKu3u-16" style="edgeStyle=none;shape=filledEdge;rounded=0;orthogonalLoop=1;jettySize=auto;html=1;strokeColor=light-dark(#000000,#EDEDED);endArrow=classic;endFill=1;dashed=1;dashPattern=8 8;fontColor=light-dark(#000000,#EDEDED);labelBackgroundColor=none;fillColor=default;" target="3eeMSJOm0YbWFgFoKu3u-11" value="">
          <mxGeometry relative="1" as="geometry">
            <Array as="points" />
            <mxPoint x="272" y="526" as="sourcePoint" />
            <mxPoint x="212" y="470" as="targetPoint" />
          </mxGeometry>
        </mxCell>
-         <mxCell id="U6f4ozNskbe53SCbbHyX-19" edge="1" parent="1" source="3eeMSJOm0YbWFgFoKu3u-16" style="edgeStyle=none;shape=filledEdge;rounded=0;orthogonalLoop=1;jettySize=auto;html=1;strokeColor=light-dark(#000000,#EDEDED);endArrow=classic;endFill=1;dashed=1;dashPattern=8 8;fontColor=light-dark(#000000,#EDEDED);" target="3eeMSJOm0YbWFgFoKu3u-21" value="">
+         <mxCell id="U6f4ozNskbe53SCbbHyX-19" edge="1" parent="1" source="3eeMSJOm0YbWFgFoKu3u-16" style="edgeStyle=none;shape=filledEdge;rounded=0;orthogonalLoop=1;jettySize=auto;html=1;strokeColor=light-dark(#000000,#EDEDED);endArrow=classic;endFill=1;dashed=1;dashPattern=8 8;fontColor=light-dark(#000000,#EDEDED);labelBackgroundColor=none;fillColor=default;" target="3eeMSJOm0YbWFgFoKu3u-21" value="">
          <mxGeometry relative="1" as="geometry">
            <Array as="points" />
            <mxPoint x="167" y="555" as="sourcePoint" />
            <mxPoint x="107" y="499" as="targetPoint" />
          </mxGeometry>
        </mxCell>
-         <mxCell id="U6f4ozNskbe53SCbbHyX-20" edge="1" parent="1" source="3eeMSJOm0YbWFgFoKu3u-16" style="edgeStyle=none;shape=filledEdge;rounded=0;orthogonalLoop=1;jettySize=auto;html=1;strokeColor=light-dark(#000000,#EDEDED);endArrow=classic;endFill=1;dashed=1;dashPattern=8 8;fontColor=light-dark(#000000,#EDEDED);" target="3eeMSJOm0YbWFgFoKu3u-41" value="">
+         <mxCell id="U6f4ozNskbe53SCbbHyX-20" edge="1" parent="1" source="3eeMSJOm0YbWFgFoKu3u-16" style="edgeStyle=none;shape=filledEdge;rounded=0;orthogonalLoop=1;jettySize=auto;html=1;strokeColor=light-dark(#000000,#EDEDED);endArrow=classic;endFill=1;dashed=1;dashPattern=8 8;fontColor=light-dark(#000000,#EDEDED);labelBackgroundColor=none;fillColor=default;" target="3eeMSJOm0YbWFgFoKu3u-41" value="">
          <mxGeometry relative="1" as="geometry">
            <Array as="points" />
            <mxPoint x="440" y="587" as="sourcePoint" />
            <mxPoint x="228" y="439" as="targetPoint" />
          </mxGeometry>
        </mxCell>
-         <mxCell id="U6f4ozNskbe53SCbbHyX-21" parent="1" style="swimlane;fontStyle=0;align=center;verticalAlign=middle;childLayout=stackLayout;horizontal=1;startSize=55;horizontalStack=0;resizeParent=1;resizeParentMax=0;resizeLast=0;collapsible=0;marginBottom=0;html=1;whiteSpace=wrap;labelBorderColor=none;labelBackgroundColor=none;swimlaneFillColor=none;gradientColor=none;fontColor=light-dark(#FFFFFF,#EDEDED);strokeColor=light-dark(#000000,#EDEDED);fillColor=light-dark(#000000, #ededed);fontFamily=Courier New;fontSize=18;" value="&lt;div&gt;&lt;b&gt;Connection&lt;/b&gt;&lt;/div&gt;" vertex="1">
+         <mxCell id="U6f4ozNskbe53SCbbHyX-21" parent="1" style="swimlane;fontStyle=0;align=center;verticalAlign=middle;childLayout=stackLayout;horizontal=1;startSize=55;horizontalStack=0;resizeParent=1;resizeParentMax=0;resizeLast=0;collapsible=0;marginBottom=0;html=1;whiteSpace=wrap;labelBorderColor=none;labelBackgroundColor=none;swimlaneFillColor=none;gradientColor=none;fontColor=light-dark(#FFFFFF,#EDEDED);strokeColor=light-dark(#000000,#EDEDED);fillColor=#000000;fontFamily=Courier New;fontSize=18;" value="&lt;div&gt;&lt;b&gt;Connection&lt;/b&gt;&lt;/div&gt;" vertex="1">
          <mxGeometry height="40" width="160" x="0.5" y="-900" as="geometry" />
        </mxCell>
-         <mxCell id="U6f4ozNskbe53SCbbHyX-30" edge="1" parent="1" source="3eeMSJOm0YbWFgFoKu3u-46" style="edgeStyle=none;shape=filledEdge;rounded=0;orthogonalLoop=1;jettySize=auto;html=1;strokeColor=light-dark(#000000,#EDEDED);endArrow=classic;endFill=1;dashed=1;dashPattern=8 8;fontColor=light-dark(#000000,#EDEDED);" target="U6f4ozNskbe53SCbbHyX-21" value="">
+         <mxCell id="U6f4ozNskbe53SCbbHyX-30" edge="1" parent="1" source="3eeMSJOm0YbWFgFoKu3u-46" style="edgeStyle=none;shape=filledEdge;rounded=0;orthogonalLoop=1;jettySize=auto;html=1;strokeColor=light-dark(#000000,#EDEDED);endArrow=classic;endFill=1;dashed=1;dashPattern=8 8;fontColor=light-dark(#000000,#EDEDED);labelBackgroundColor=none;fillColor=default;" target="U6f4ozNskbe53SCbbHyX-21" value="">
          <mxGeometry relative="1" as="geometry">
            <Array as="points" />
            <mxPoint x="-195" y="-39" as="sourcePoint" />
            <mxPoint x="-195" y="-376" as="targetPoint" />
          </mxGeometry>
        </mxCell>
-         <mxCell id="U6f4ozNskbe53SCbbHyX-31" edge="1" parent="1" source="3eeMSJOm0YbWFgFoKu3u-46" style="edgeStyle=none;shape=filledEdge;rounded=0;orthogonalLoop=1;jettySize=auto;html=1;strokeColor=light-dark(#000000,#EDEDED);endArrow=classic;endFill=1;dashed=1;dashPattern=8 8;fontColor=light-dark(#000000,#EDEDED);" target="3eeMSJOm0YbWFgFoKu3u-51" value="">
+         <mxCell id="U6f4ozNskbe53SCbbHyX-31" edge="1" parent="1" source="3eeMSJOm0YbWFgFoKu3u-46" style="edgeStyle=none;shape=filledEdge;rounded=0;orthogonalLoop=1;jettySize=auto;html=1;strokeColor=light-dark(#000000,#EDEDED);endArrow=classic;endFill=1;dashed=1;dashPattern=8 8;fontColor=light-dark(#000000,#EDEDED);labelBackgroundColor=none;fillColor=default;" target="3eeMSJOm0YbWFgFoKu3u-51" value="">
          <mxGeometry relative="1" as="geometry">
            <Array as="points" />
            <mxPoint x="-62" y="-374" as="sourcePoint" />
            <mxPoint x="-62" y="-513" as="targetPoint" />
          </mxGeometry>
        </mxCell>
-         <mxCell id="U6f4ozNskbe53SCbbHyX-32" edge="1" parent="1" source="3eeMSJOm0YbWFgFoKu3u-46" style="edgeStyle=none;shape=filledEdge;rounded=0;orthogonalLoop=1;jettySize=auto;html=1;strokeColor=light-dark(#000000,#EDEDED);endArrow=classic;endFill=1;dashed=1;dashPattern=8 8;fontColor=light-dark(#000000,#EDEDED);" target="3eeMSJOm0YbWFgFoKu3u-1" value="">
+         <mxCell id="U6f4ozNskbe53SCbbHyX-32" edge="1" parent="1" source="3eeMSJOm0YbWFgFoKu3u-46" style="edgeStyle=none;shape=filledEdge;rounded=0;orthogonalLoop=1;jettySize=auto;html=1;strokeColor=light-dark(#000000,#EDEDED);endArrow=classic;endFill=1;dashed=1;dashPattern=8 8;fontColor=light-dark(#000000,#EDEDED);labelBackgroundColor=none;fillColor=default;" target="3eeMSJOm0YbWFgFoKu3u-1" value="">
          <mxGeometry relative="1" as="geometry">
            <Array as="points" />
            <mxPoint x="-93" y="-383" as="sourcePoint" />
            <mxPoint x="-39" y="-375" as="targetPoint" />
          </mxGeometry>
        </mxCell>
-         <mxCell id="U6f4ozNskbe53SCbbHyX-33" edge="1" parent="1" source="3eeMSJOm0YbWFgFoKu3u-46" style="edgeStyle=none;shape=filledEdge;rounded=0;orthogonalLoop=1;jettySize=auto;html=1;strokeColor=light-dark(#000000,#EDEDED);endArrow=classic;endFill=1;dashed=1;dashPattern=8 8;fontColor=light-dark(#000000,#EDEDED);" target="3eeMSJOm0YbWFgFoKu3u-41" value="">
+         <mxCell id="U6f4ozNskbe53SCbbHyX-33" edge="1" parent="1" source="3eeMSJOm0YbWFgFoKu3u-46" style="edgeStyle=none;shape=filledEdge;rounded=0;orthogonalLoop=1;jettySize=auto;html=1;strokeColor=light-dark(#000000,#EDEDED);endArrow=classic;endFill=1;dashed=1;dashPattern=8 8;fontColor=light-dark(#000000,#EDEDED);labelBackgroundColor=none;fillColor=default;" target="3eeMSJOm0YbWFgFoKu3u-41" value="">
          <mxGeometry relative="1" as="geometry">
            <Array as="points" />
            <mxPoint x="-133" y="-237" as="sourcePoint" />
            <mxPoint x="-133" y="-376" as="targetPoint" />
          </mxGeometry>
        </mxCell>
-         <mxCell id="3eeMSJOm0YbWFgFoKu3u-11" parent="1" style="swimlane;fontStyle=0;align=center;verticalAlign=middle;childLayout=stackLayout;horizontal=1;startSize=55;horizontalStack=0;resizeParent=1;resizeParentMax=0;resizeLast=0;collapsible=0;marginBottom=0;html=1;whiteSpace=wrap;labelBorderColor=none;labelBackgroundColor=none;swimlaneFillColor=none;gradientColor=none;fontColor=light-dark(#FFFFFF,#EDEDED);strokeColor=light-dark(#000000,#EDEDED);fillColor=light-dark(#000000, #ededed);fontFamily=Courier New;fontSize=18;" value="&lt;div&gt;&lt;b&gt;BattleParticipant&lt;/b&gt;&lt;/div&gt;" vertex="1">
+         <mxCell id="3eeMSJOm0YbWFgFoKu3u-11" parent="1" style="swimlane;fontStyle=0;align=center;verticalAlign=middle;childLayout=stackLayout;horizontal=1;startSize=55;horizontalStack=0;resizeParent=1;resizeParentMax=0;resizeLast=0;collapsible=0;marginBottom=0;html=1;whiteSpace=wrap;labelBorderColor=none;labelBackgroundColor=none;swimlaneFillColor=none;gradientColor=none;fontColor=light-dark(#FFFFFF,#EDEDED);strokeColor=light-dark(#000000,#EDEDED);fillColor=#000000;fontFamily=Courier New;fontSize=18;" value="&lt;div&gt;&lt;b&gt;BattleParticipant&lt;/b&gt;&lt;/div&gt;" vertex="1">
          <mxGeometry height="187" width="280" x="-720" y="32.5" as="geometry" />
        </mxCell>
-         <mxCell id="3eeMSJOm0YbWFgFoKu3u-12" parent="3eeMSJOm0YbWFgFoKu3u-11" style="text;html=1;strokeColor=light-dark(#000000,#EDEDED);fillColor=none;align=left;verticalAlign=middle;spacingLeft=4;spacingRight=4;overflow=hidden;rotatable=0;points=[[0,0.5],[1,0.5]];portConstraint=eastwest;whiteSpace=wrap;fontColor=light-dark(#000000,#EDEDED);labelBorderColor=none;fontFamily=Courier New;" value="&lt;div&gt;-team&amp;nbsp; &amp;nbsp; &amp;nbsp; &amp;nbsp; : Pokemon[]&lt;/div&gt;&lt;div&gt;-activeIndex : int&lt;/div&gt;" vertex="1">
+         <mxCell id="3eeMSJOm0YbWFgFoKu3u-12" parent="3eeMSJOm0YbWFgFoKu3u-11" style="text;html=1;strokeColor=light-dark(#000000,#EDEDED);fillColor=default;align=left;verticalAlign=middle;spacingLeft=4;spacingRight=4;overflow=hidden;rotatable=0;points=[[0,0.5],[1,0.5]];portConstraint=eastwest;whiteSpace=wrap;fontColor=light-dark(#000000,#EDEDED);labelBorderColor=none;fontFamily=Courier New;labelBackgroundColor=none;" value="&lt;div&gt;-team&amp;nbsp; &amp;nbsp; &amp;nbsp; &amp;nbsp; : Pokemon[]&lt;/div&gt;&lt;div&gt;-activeIndex : int&lt;/div&gt;" vertex="1">
          <mxGeometry height="45" width="280" y="55" as="geometry" />
        </mxCell>
-         <mxCell id="3eeMSJOm0YbWFgFoKu3u-15" parent="3eeMSJOm0YbWFgFoKu3u-11" style="text;html=1;strokeColor=light-dark(#000000,#EDEDED);fillColor=none;align=left;verticalAlign=middle;spacingLeft=4;spacingRight=4;overflow=hidden;rotatable=0;points=[[0,0.5],[1,0.5]];portConstraint=eastwest;whiteSpace=wrap;fontColor=light-dark(#000000,#EDEDED);fontFamily=Courier New;" value="&lt;div&gt;+getActivePokemon&amp;nbsp; &amp;nbsp;&amp;nbsp; &amp;nbsp;: Pokemon&lt;/div&gt;&lt;div&gt;+getTeam()&amp;nbsp; &amp;nbsp; &amp;nbsp; &amp;nbsp; &amp;nbsp; &amp;nbsp; &amp;nbsp;: Pokemon[]&lt;/div&gt;&lt;div&gt;+getActiveIndex()&amp;nbsp; &amp;nbsp; &amp;nbsp;&amp;nbsp;: int&lt;/div&gt;&lt;div&gt;+hasRemainingPokemon() : boolean&lt;/div&gt;&lt;div&gt;+switchPokemon( int )&amp;nbsp;&amp;nbsp;: boolean&lt;/div&gt;" vertex="1">
+         <mxCell id="3eeMSJOm0YbWFgFoKu3u-15" parent="3eeMSJOm0YbWFgFoKu3u-11" style="text;html=1;strokeColor=light-dark(#000000,#EDEDED);fillColor=default;align=left;verticalAlign=middle;spacingLeft=4;spacingRight=4;overflow=hidden;rotatable=0;points=[[0,0.5],[1,0.5]];portConstraint=eastwest;whiteSpace=wrap;fontColor=light-dark(#000000,#EDEDED);fontFamily=Courier New;labelBackgroundColor=none;" value="&lt;div&gt;+getActivePokemon&amp;nbsp; &amp;nbsp;&amp;nbsp; &amp;nbsp;: Pokemon&lt;/div&gt;&lt;div&gt;+getTeam()&amp;nbsp; &amp;nbsp; &amp;nbsp; &amp;nbsp; &amp;nbsp; &amp;nbsp; &amp;nbsp;: Pokemon[]&lt;/div&gt;&lt;div&gt;+getActiveIndex()&amp;nbsp; &amp;nbsp; &amp;nbsp;&amp;nbsp;: int&lt;/div&gt;&lt;div&gt;+hasRemainingPokemon() : boolean&lt;/div&gt;&lt;div&gt;+switchPokemon( int )&amp;nbsp;&amp;nbsp;: boolean&lt;/div&gt;" vertex="1">
          <mxGeometry height="87" width="280" y="100" as="geometry" />
        </mxCell>
-         <mxCell id="8eCUrU3QvDogY1ZXjvBf-3" edge="1" parent="1" source="3eeMSJOm0YbWFgFoKu3u-36" style="edgeStyle=none;shape=filledEdge;rounded=0;orthogonalLoop=1;jettySize=auto;html=1;strokeColor=light-dark(#000000,#EDEDED);endArrow=classic;endFill=1;dashed=1;dashPattern=8 8;fontColor=light-dark(#000000,#EDEDED);" target="3eeMSJOm0YbWFgFoKu3u-21" value="">
+         <mxCell id="8eCUrU3QvDogY1ZXjvBf-3" edge="1" parent="1" source="3eeMSJOm0YbWFgFoKu3u-36" style="edgeStyle=none;shape=filledEdge;rounded=0;orthogonalLoop=1;jettySize=auto;html=1;strokeColor=light-dark(#000000,#EDEDED);endArrow=classic;endFill=1;dashed=1;dashPattern=8 8;fontColor=light-dark(#000000,#EDEDED);labelBackgroundColor=none;fillColor=default;" target="3eeMSJOm0YbWFgFoKu3u-21" value="">
          <mxGeometry relative="1" as="geometry">
            <Array as="points" />
            <mxPoint x="1422" y="-544" as="sourcePoint" />
            <mxPoint x="850" y="-390" as="targetPoint" />
          </mxGeometry>
        </mxCell>
-         <mxCell id="3eeMSJOm0YbWFgFoKu3u-21" parent="1" style="swimlane;fontStyle=0;align=center;verticalAlign=middle;childLayout=stackLayout;horizontal=1;startSize=55;horizontalStack=0;resizeParent=1;resizeParentMax=0;resizeLast=0;collapsible=0;marginBottom=0;html=1;whiteSpace=wrap;labelBorderColor=none;labelBackgroundColor=none;swimlaneFillColor=none;gradientColor=none;fontColor=light-dark(#FFFFFF,#EDEDED);strokeColor=light-dark(#000000,#EDEDED);fillColor=light-dark(#000000, #ededed);fontFamily=Courier New;fontSize=18;" value="&lt;div&gt;&lt;b&gt;GameFlow&lt;/b&gt;&lt;/div&gt;" vertex="1">
+         <mxCell id="3eeMSJOm0YbWFgFoKu3u-21" parent="1" style="swimlane;fontStyle=0;align=center;verticalAlign=middle;childLayout=stackLayout;horizontal=1;startSize=55;horizontalStack=0;resizeParent=1;resizeParentMax=0;resizeLast=0;collapsible=0;marginBottom=0;html=1;whiteSpace=wrap;labelBorderColor=none;labelBackgroundColor=none;swimlaneFillColor=none;gradientColor=none;fontColor=light-dark(#FFFFFF,#EDEDED);strokeColor=light-dark(#000000,#EDEDED);fillColor=#000000;fontFamily=Courier New;fontSize=18;" value="&lt;div&gt;&lt;b&gt;GameFlow&lt;/b&gt;&lt;/div&gt;" vertex="1">
          <mxGeometry height="263" width="360" x="-200" y="-5.5" as="geometry" />
        </mxCell>
-         <mxCell id="3eeMSJOm0YbWFgFoKu3u-22" parent="3eeMSJOm0YbWFgFoKu3u-21" style="text;html=1;strokeColor=light-dark(#000000,#EDEDED);fillColor=none;align=left;verticalAlign=middle;spacingLeft=4;spacingRight=4;overflow=hidden;rotatable=0;points=[[0,0.5],[1,0.5]];portConstraint=eastwest;whiteSpace=wrap;fontColor=light-dark(#000000,#EDEDED);labelBorderColor=none;fontFamily=Courier New;" value="&lt;div&gt;-gameOver&amp;nbsp; &amp;nbsp;: booleaen&lt;/div&gt;&lt;div&gt;-playerTurn&amp;nbsp;: boolean&lt;/div&gt;&lt;div&gt;-player&amp;nbsp; &amp;nbsp; &amp;nbsp;: BattleParticipant&lt;/div&gt;&lt;div&gt;-enemy&amp;nbsp; &amp;nbsp; &amp;nbsp; : BattleParticipant&lt;/div&gt;" vertex="1">
+         <mxCell id="3eeMSJOm0YbWFgFoKu3u-22" parent="3eeMSJOm0YbWFgFoKu3u-21" style="text;html=1;strokeColor=light-dark(#000000,#EDEDED);fillColor=default;align=left;verticalAlign=middle;spacingLeft=4;spacingRight=4;overflow=hidden;rotatable=0;points=[[0,0.5],[1,0.5]];portConstraint=eastwest;whiteSpace=wrap;fontColor=light-dark(#000000,#EDEDED);labelBorderColor=none;fontFamily=Courier New;labelBackgroundColor=none;" value="&lt;div&gt;-gameOver&amp;nbsp; &amp;nbsp;: booleaen&lt;/div&gt;&lt;div&gt;-playerTurn&amp;nbsp;: boolean&lt;/div&gt;&lt;div&gt;-player&amp;nbsp; &amp;nbsp; &amp;nbsp;: BattleParticipant&lt;/div&gt;&lt;div&gt;-enemy&amp;nbsp; &amp;nbsp; &amp;nbsp; : BattleParticipant&lt;/div&gt;" vertex="1">
          <mxGeometry height="77" width="360" y="55" as="geometry" />
        </mxCell>
-         <mxCell id="3eeMSJOm0YbWFgFoKu3u-25" parent="3eeMSJOm0YbWFgFoKu3u-21" style="text;html=1;strokeColor=light-dark(#000000,#EDEDED);fillColor=none;align=left;verticalAlign=middle;spacingLeft=4;spacingRight=4;overflow=hidden;rotatable=0;points=[[0,0.5],[1,0.5]];portConstraint=eastwest;whiteSpace=wrap;fontColor=light-dark(#000000,#EDEDED);fontFamily=Courier New;" value="&lt;div&gt;+playerAttack( int )&amp;nbsp; &amp;nbsp; &amp;nbsp; : void&lt;/div&gt;&lt;div&gt;+playerSwitch( int )&amp;nbsp; &amp;nbsp; &amp;nbsp; : boolean&lt;/div&gt;&lt;div&gt;+forcePlayerSwitch( int ) : boolean&lt;/div&gt;&lt;div&gt;+enemyTurn()&amp;nbsp; &amp;nbsp; &amp;nbsp; &amp;nbsp; &amp;nbsp; &amp;nbsp; &amp;nbsp; : void&lt;/div&gt;&lt;div&gt;+isGameOver()&amp;nbsp; &amp;nbsp; &amp;nbsp; &amp;nbsp; &amp;nbsp; &amp;nbsp; &amp;nbsp;: boolean&lt;/div&gt;&lt;div&gt;+isPlayerTurn()&amp;nbsp; &amp;nbsp; &amp;nbsp; &amp;nbsp; &amp;nbsp; &amp;nbsp;: boolean&lt;/div&gt;&lt;div&gt;+getPlayer()&amp;nbsp; &amp;nbsp; &amp;nbsp; &amp;nbsp; &amp;nbsp; &amp;nbsp; &amp;nbsp; : BattleParticipant&lt;/div&gt;&lt;div&gt;+getEnemy()&amp;nbsp; &amp;nbsp; &amp;nbsp; &amp;nbsp; &amp;nbsp; &amp;nbsp; &amp;nbsp; &amp;nbsp;: BattleParticipant&lt;/div&gt;" vertex="1">
+         <mxCell id="3eeMSJOm0YbWFgFoKu3u-25" parent="3eeMSJOm0YbWFgFoKu3u-21" style="text;html=1;strokeColor=light-dark(#000000,#EDEDED);fillColor=default;align=left;verticalAlign=middle;spacingLeft=4;spacingRight=4;overflow=hidden;rotatable=0;points=[[0,0.5],[1,0.5]];portConstraint=eastwest;whiteSpace=wrap;fontColor=light-dark(#000000,#EDEDED);fontFamily=Courier New;labelBackgroundColor=none;" value="&lt;div&gt;+playerAttack( int )&amp;nbsp; &amp;nbsp; &amp;nbsp; : void&lt;/div&gt;&lt;div&gt;+playerSwitch( int )&amp;nbsp; &amp;nbsp; &amp;nbsp; : boolean&lt;/div&gt;&lt;div&gt;+forcePlayerSwitch( int ) : boolean&lt;/div&gt;&lt;div&gt;+enemyTurn()&amp;nbsp; &amp;nbsp; &amp;nbsp; &amp;nbsp; &amp;nbsp; &amp;nbsp; &amp;nbsp; : void&lt;/div&gt;&lt;div&gt;+isGameOver()&amp;nbsp; &amp;nbsp; &amp;nbsp; &amp;nbsp; &amp;nbsp; &amp;nbsp; &amp;nbsp;: boolean&lt;/div&gt;&lt;div&gt;+isPlayerTurn()&amp;nbsp; &amp;nbsp; &amp;nbsp; &amp;nbsp; &amp;nbsp; &amp;nbsp;: boolean&lt;/div&gt;&lt;div&gt;+getPlayer()&amp;nbsp; &amp;nbsp; &amp;nbsp; &amp;nbsp; &amp;nbsp; &amp;nbsp; &amp;nbsp; : BattleParticipant&lt;/div&gt;&lt;div&gt;+getEnemy()&amp;nbsp; &amp;nbsp; &amp;nbsp; &amp;nbsp; &amp;nbsp; &amp;nbsp; &amp;nbsp; &amp;nbsp;: BattleParticipant&lt;/div&gt;" vertex="1">
          <mxGeometry height="131" width="360" y="132" as="geometry" />
        </mxCell>
-         <mxCell id="8eCUrU3QvDogY1ZXjvBf-4" edge="1" parent="1" source="3eeMSJOm0YbWFgFoKu3u-36" style="edgeStyle=none;shape=filledEdge;rounded=0;orthogonalLoop=1;jettySize=auto;html=1;strokeColor=light-dark(#000000,#EDEDED);endArrow=classic;endFill=1;dashed=1;dashPattern=8 8;fontColor=light-dark(#000000,#EDEDED);" target="3eeMSJOm0YbWFgFoKu3u-46" value="">
+         <mxCell id="8eCUrU3QvDogY1ZXjvBf-4" edge="1" parent="1" source="3eeMSJOm0YbWFgFoKu3u-36" style="edgeStyle=none;shape=filledEdge;rounded=0;orthogonalLoop=1;jettySize=auto;html=1;strokeColor=light-dark(#000000,#EDEDED);endArrow=classic;endFill=1;dashed=1;dashPattern=8 8;fontColor=light-dark(#000000,#EDEDED);labelBackgroundColor=none;fillColor=default;" target="3eeMSJOm0YbWFgFoKu3u-46" value="">
          <mxGeometry relative="1" as="geometry">
            <Array as="points" />
            <mxPoint x="1577" y="33" as="sourcePoint" />
            <mxPoint x="1449" y="-214" as="targetPoint" />
          </mxGeometry>
        </mxCell>
      </root>
    </mxGraphModel>
  </diagram>
</mxfile>
